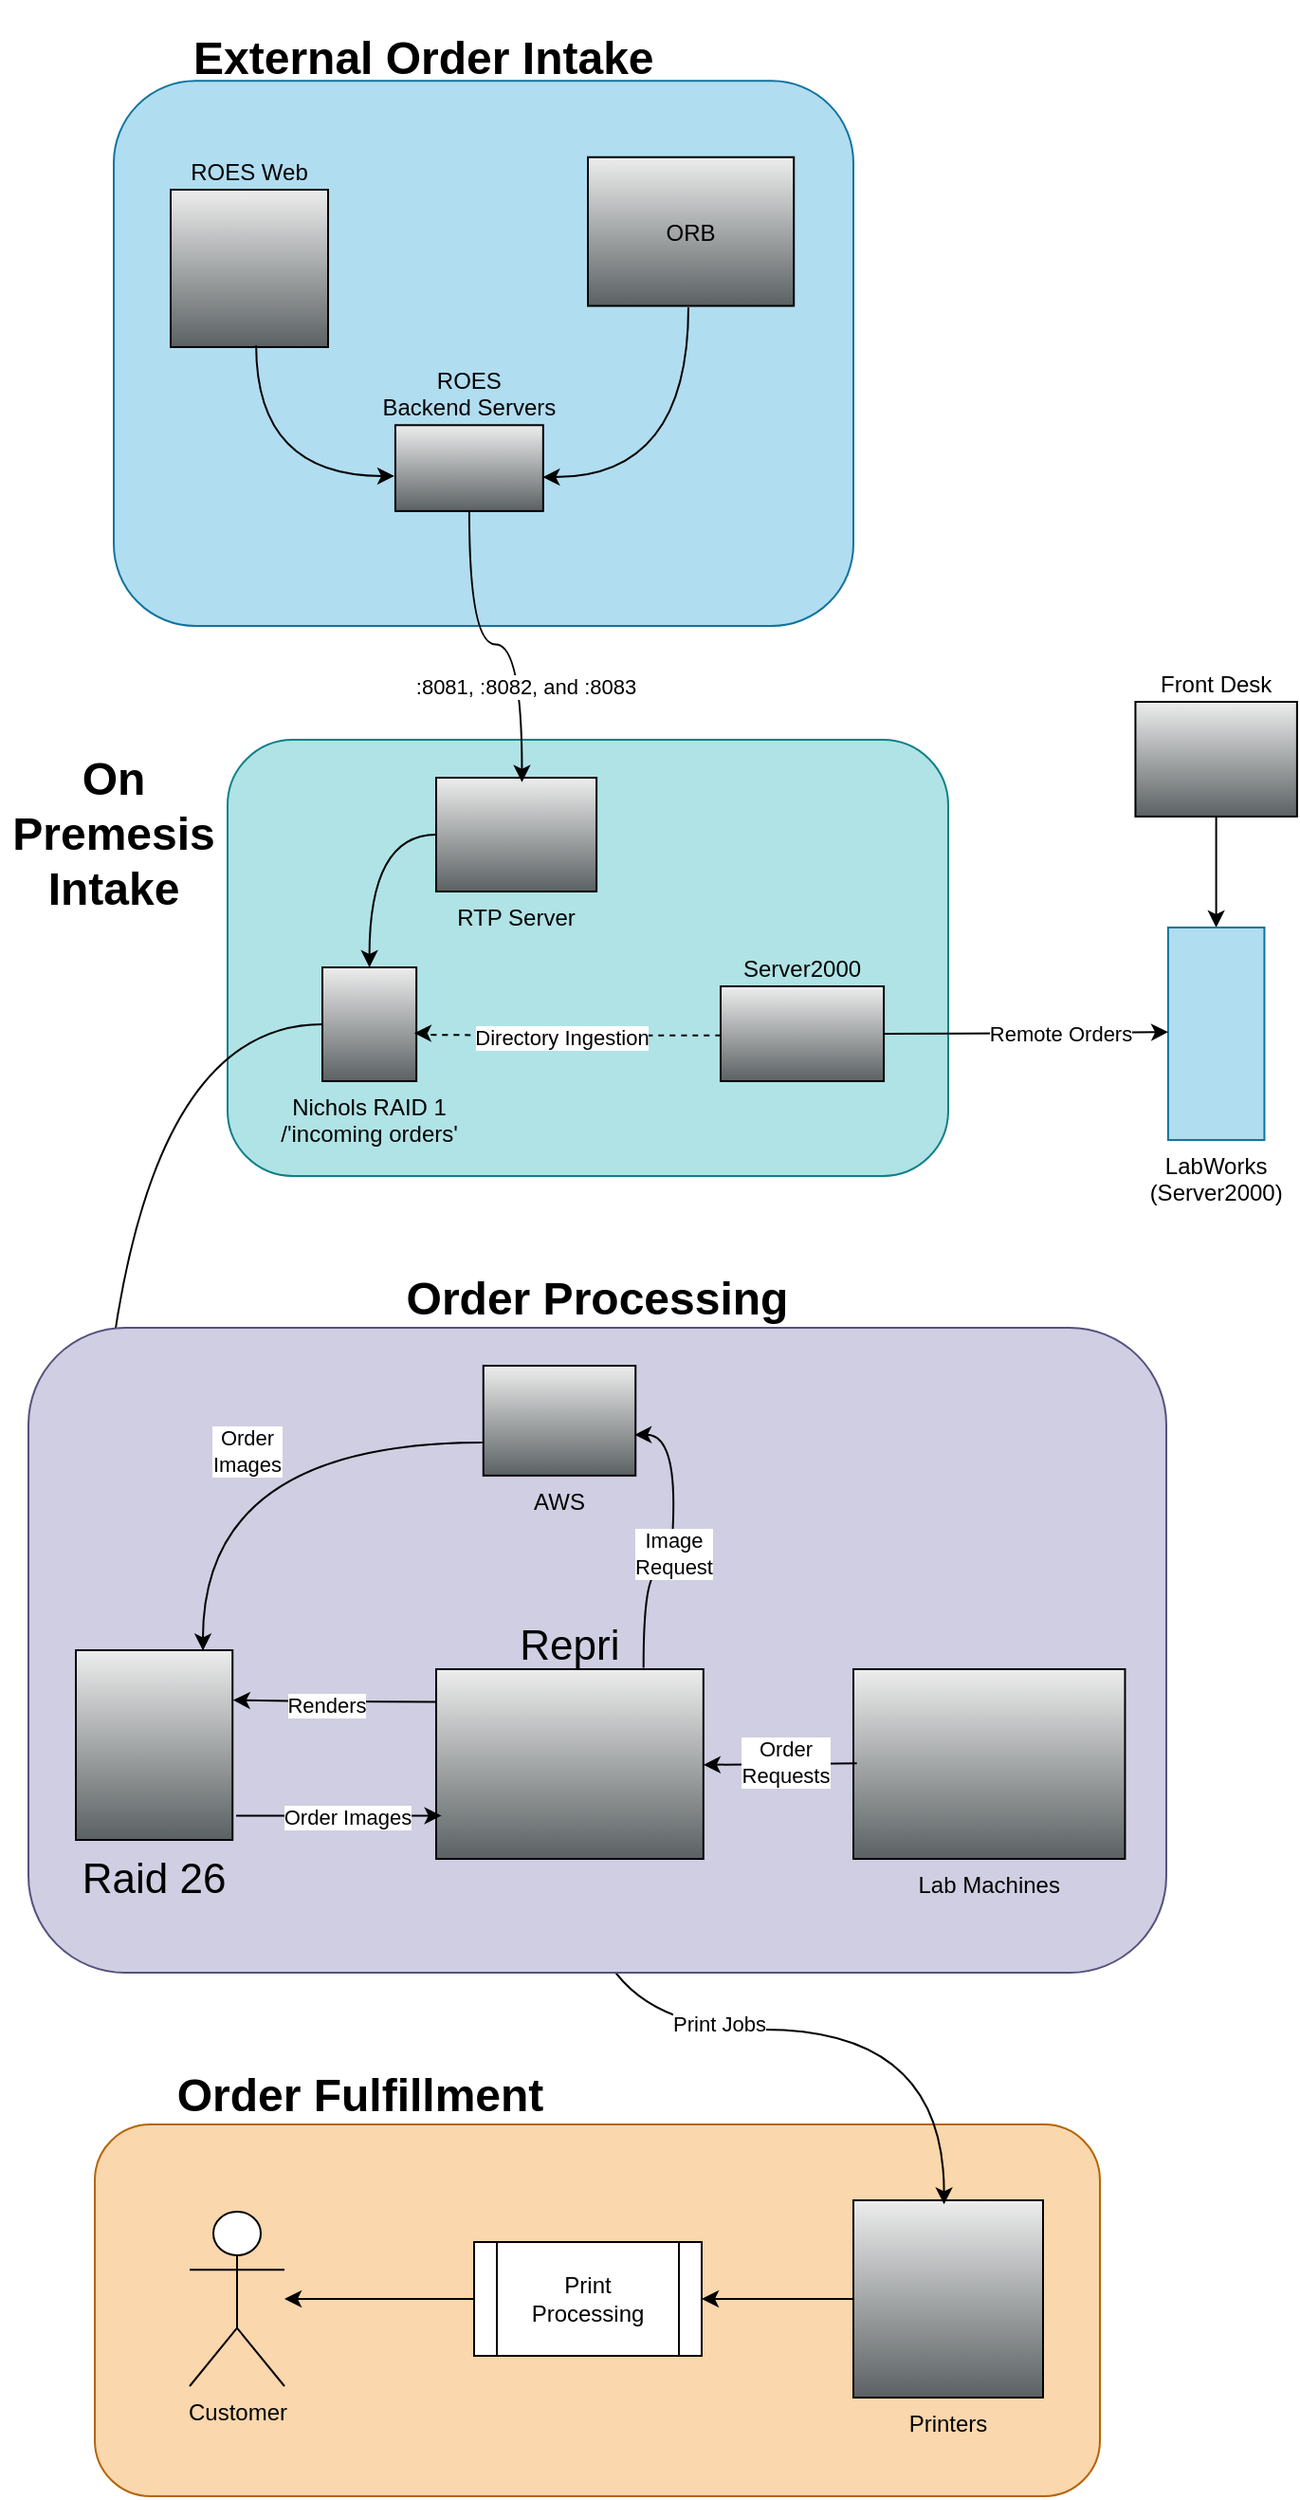
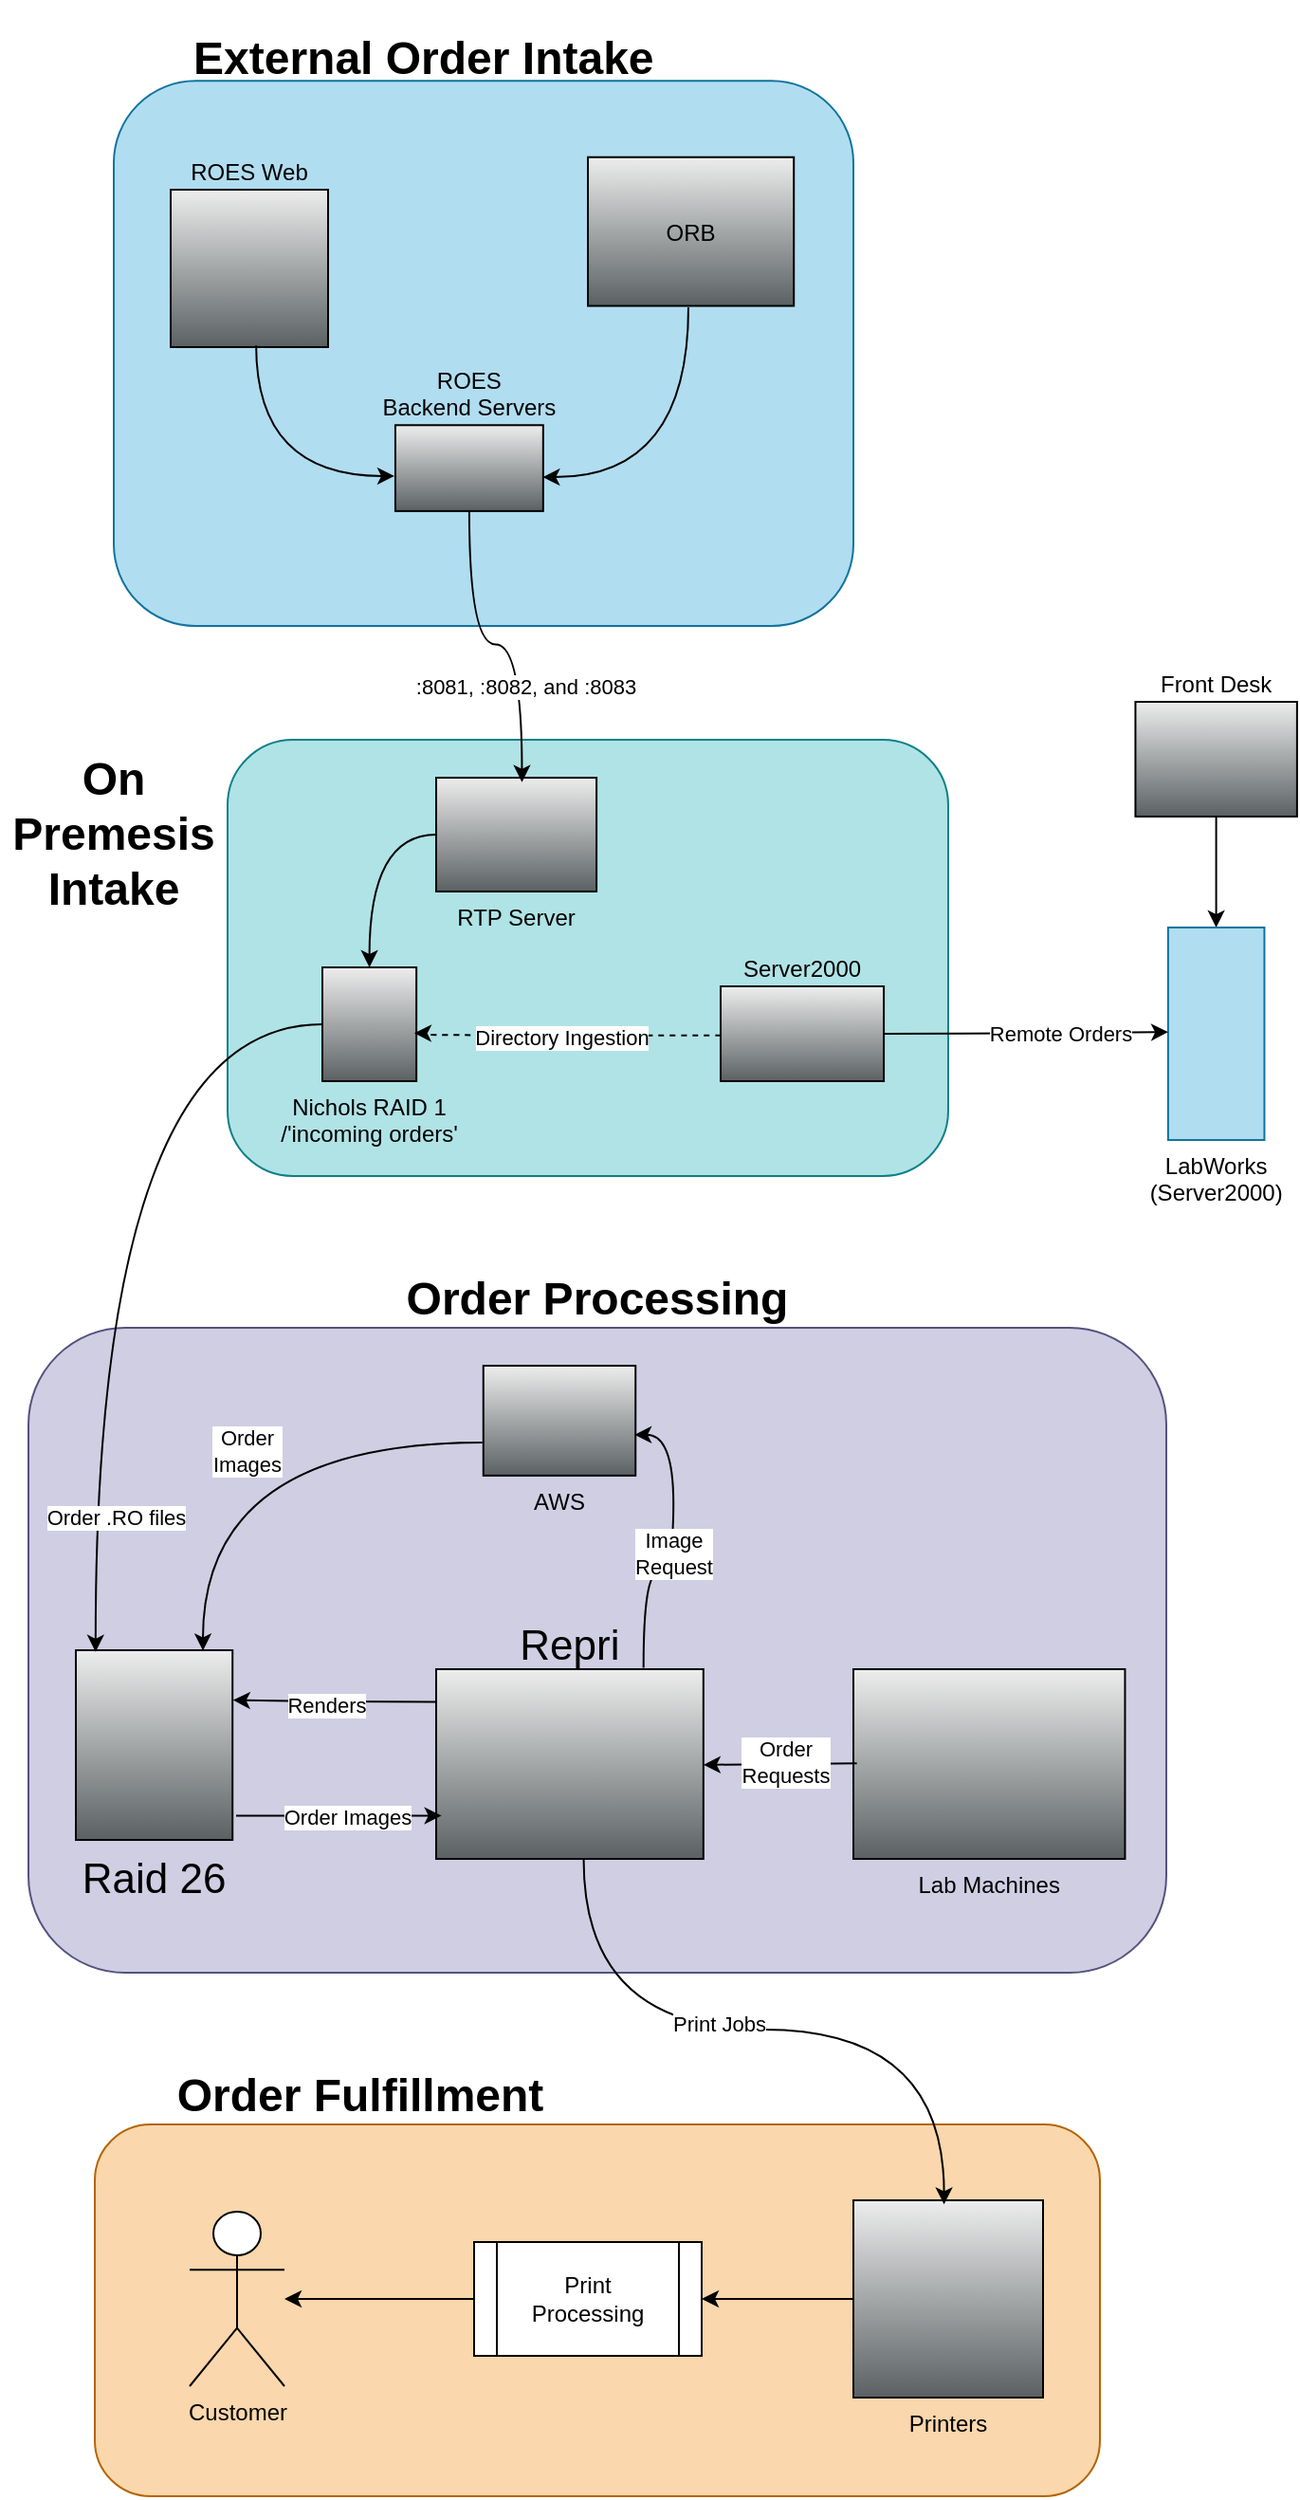
<mxfile host="app.diagrams.net" pages="3">
  <diagram name="Overview" id="xOiFyvTx0ugd0xP541Ys">
-     <mxGraphModel dx="1188" dy="693" grid="1" gridSize="10" guides="1" tooltips="1" connect="1" arrows="1" fold="1" page="1" pageScale="1" pageWidth="850" pageHeight="1100" math="0" shadow="0">
+     <mxGraphModel dx="1366" dy="797" grid="1" gridSize="10" guides="1" tooltips="1" connect="1" arrows="1" fold="1" page="1" pageScale="1" pageWidth="850" pageHeight="1100" math="0" shadow="0">
      <root>
        <mxCell id="0" />
        <mxCell id="1" parent="0" />
        <mxCell id="Abbv7D0ucnFepgTgGXwM-147" connectable="0" parent="1" style="group" value=" " vertex="1">
          <mxGeometry height="226" width="530" x="150" y="1110" as="geometry" />
        </mxCell>
        <mxCell id="Abbv7D0ucnFepgTgGXwM-142" parent="Abbv7D0ucnFepgTgGXwM-147" style="rounded=1;whiteSpace=wrap;html=1;fillColor=#fad7ac;strokeColor=#b46504;" value="" vertex="1">
          <mxGeometry height="196" width="530" y="30" as="geometry" />
        </mxCell>
        <mxCell id="Abbv7D0ucnFepgTgGXwM-139" edge="1" parent="Abbv7D0ucnFepgTgGXwM-147" source="Abbv7D0ucnFepgTgGXwM-135" style="edgeStyle=orthogonalEdgeStyle;curved=1;rounded=0;orthogonalLoop=1;jettySize=auto;html=1;entryX=1;entryY=0.5;entryDx=0;entryDy=0;" target="Abbv7D0ucnFepgTgGXwM-137">
          <mxGeometry relative="1" as="geometry" />
        </mxCell>
        <mxCell id="Abbv7D0ucnFepgTgGXwM-135" parent="Abbv7D0ucnFepgTgGXwM-147" style="fillColorStyles=neutralFill;neutralFill=#9DA6A8;shape=mxgraph.networks2.icon;aspect=fixed;fillColor=#EDEDED;strokeColor=#000000;gradientColor=#5B6163;network2IconShadow=1;network2bgFillColor=none;labelPosition=center;verticalLabelPosition=bottom;align=center;verticalAlign=top;network2Icon=mxgraph.networks2.printer;network2IconW=1;network2IconH=1.04;" value="Printers" vertex="1">
          <mxGeometry height="104" width="100" x="400" y="70" as="geometry" />
        </mxCell>
        <mxCell id="Abbv7D0ucnFepgTgGXwM-140" edge="1" parent="Abbv7D0ucnFepgTgGXwM-147" source="Abbv7D0ucnFepgTgGXwM-137" style="edgeStyle=orthogonalEdgeStyle;curved=1;rounded=0;orthogonalLoop=1;jettySize=auto;html=1;" target="Abbv7D0ucnFepgTgGXwM-138">
          <mxGeometry relative="1" as="geometry" />
        </mxCell>
        <mxCell id="Abbv7D0ucnFepgTgGXwM-137" parent="Abbv7D0ucnFepgTgGXwM-147" style="shape=process;whiteSpace=wrap;html=1;backgroundOutline=1;" value="&lt;div&gt;Print&lt;/div&gt;&lt;div&gt;Processing&lt;/div&gt;" vertex="1">
          <mxGeometry height="60" width="120" x="200" y="92" as="geometry" />
        </mxCell>
        <mxCell id="Abbv7D0ucnFepgTgGXwM-138" parent="Abbv7D0ucnFepgTgGXwM-147" style="shape=umlActor;verticalLabelPosition=bottom;verticalAlign=top;html=1;outlineConnect=0;" value="Customer" vertex="1">
          <mxGeometry height="92" width="50" x="50" y="76" as="geometry" />
        </mxCell>
        <mxCell id="Abbv7D0ucnFepgTgGXwM-146" parent="Abbv7D0ucnFepgTgGXwM-147" style="text;html=1;whiteSpace=wrap;strokeColor=none;fillColor=none;align=center;verticalAlign=middle;rounded=0;" value="&lt;h1&gt;Order Fulfillment&lt;/h1&gt;" vertex="1">
          <mxGeometry height="30" width="220" x="30" as="geometry" />
        </mxCell>
        <mxCell id="jQCsffpuLkgTT5c4SlJs-23" parent="1" style="shape=mxgraph.networks2.icon;aspect=fixed;fillColor=#EDEDED;strokeColor=#000000;gradientColor=#5B6163;network2IconShadow=1;network2bgFillColor=none;labelPosition=center;verticalLabelPosition=top;align=center;verticalAlign=bottom;network2Icon=mxgraph.networks2.pc;network2IconYOffset=-0.0593;network2IconW=0.9999;network2IconH=0.7096;" value="Front Desk" vertex="1">
          <mxGeometry height="60.48" width="85.22" x="698.72" y="390" as="geometry" />
        </mxCell>
        <mxCell id="jQCsffpuLkgTT5c4SlJs-25" connectable="0" parent="1" style="group" value="" vertex="1">
          <mxGeometry height="230" width="500" x="100" y="410" as="geometry" />
        </mxCell>
        <mxCell id="Abbv7D0ucnFepgTgGXwM-58" parent="jQCsffpuLkgTT5c4SlJs-25" style="rounded=1;whiteSpace=wrap;html=1;fillColor=#b0e3e6;strokeColor=#0e8088;" value=" " vertex="1">
          <mxGeometry height="230" width="380" x="120" as="geometry" />
        </mxCell>
        <mxCell id="Abbv7D0ucnFepgTgGXwM-61" edge="1" parent="jQCsffpuLkgTT5c4SlJs-25" source="Abbv7D0ucnFepgTgGXwM-48" style="edgeStyle=orthogonalEdgeStyle;curved=1;rounded=0;orthogonalLoop=1;jettySize=auto;html=1;" target="Abbv7D0ucnFepgTgGXwM-49">
          <mxGeometry relative="1" as="geometry" />
        </mxCell>
        <mxCell id="Abbv7D0ucnFepgTgGXwM-48" parent="jQCsffpuLkgTT5c4SlJs-25" style="shape=mxgraph.networks2.icon;aspect=fixed;fillColor=#EDEDED;strokeColor=#000000;gradientColor=#5B6163;network2IconShadow=1;network2bgFillColor=none;labelPosition=center;verticalLabelPosition=bottom;align=center;verticalAlign=top;network2Icon=mxgraph.networks2.pc;network2IconYOffset=-0.0593;network2IconW=0.9999;network2IconH=0.7096;" value="RTP Server" vertex="1">
          <mxGeometry height="60" width="84.55" x="230" y="20" as="geometry" />
        </mxCell>
        <mxCell id="Abbv7D0ucnFepgTgGXwM-49" parent="jQCsffpuLkgTT5c4SlJs-25" style="shape=mxgraph.networks2.icon;aspect=fixed;fillColor=#EDEDED;strokeColor=#000000;gradientColor=#5B6163;network2IconShadow=1;network2bgFillColor=none;labelPosition=center;verticalLabelPosition=bottom;align=center;verticalAlign=top;network2Icon=mxgraph.networks2.data_storage;network2IconW=0.8252;network2IconH=0.9989;" value="Nichols RAID 1&#xa;/&#39;incoming orders&#39;" vertex="1">
          <mxGeometry height="60" width="49.57" x="170" y="120" as="geometry" />
        </mxCell>
        <mxCell id="Abbv7D0ucnFepgTgGXwM-50" parent="jQCsffpuLkgTT5c4SlJs-25" style="fillColorStyles=neutralFill;neutralFill=#9DA6A8;shape=mxgraph.networks2.icon;aspect=fixed;fillColor=#EDEDED;strokeColor=#000000;gradientColor=#5B6163;network2IconShadow=1;network2bgFillColor=none;labelPosition=center;verticalLabelPosition=top;align=center;verticalAlign=bottom;network2Icon=mxgraph.networks2.server;network2IconW=1.0001;network2IconH=0.5812;" value="Server2000" vertex="1">
          <mxGeometry height="50" width="86.04" x="380" y="130" as="geometry" />
        </mxCell>
        <mxCell id="Abbv7D0ucnFepgTgGXwM-53" edge="1" parent="jQCsffpuLkgTT5c4SlJs-25" source="Abbv7D0ucnFepgTgGXwM-50" style="edgeStyle=orthogonalEdgeStyle;curved=1;rounded=0;orthogonalLoop=1;jettySize=auto;html=1;entryX=0.968;entryY=0.578;entryDx=0;entryDy=0;entryPerimeter=0;startArrow=none;startFill=0;dashed=1;exitX=0.003;exitY=0.518;exitDx=0;exitDy=0;exitPerimeter=0;" value=" ">
          <mxGeometry relative="1" as="geometry">
            <Array as="points">
              <mxPoint x="220" y="156" />
              <mxPoint x="220" y="155" />
            </Array>
            <mxPoint x="379.9998" y="157.5" as="sourcePoint" />
            <mxPoint x="218.41376000000008" y="154.68000000000006" as="targetPoint" />
          </mxGeometry>
        </mxCell>
        <mxCell id="Abbv7D0ucnFepgTgGXwM-57" connectable="0" parent="Abbv7D0ucnFepgTgGXwM-53" style="edgeLabel;html=1;align=center;verticalAlign=middle;resizable=0;points=[];" value="Directory Ingestion" vertex="1">
          <mxGeometry relative="1" x="0.0378" y="1" as="geometry">
            <mxPoint as="offset" />
          </mxGeometry>
        </mxCell>
        <mxCell id="Abbv7D0ucnFepgTgGXwM-62" parent="jQCsffpuLkgTT5c4SlJs-25" style="text;html=1;whiteSpace=wrap;strokeColor=none;fillColor=none;align=center;verticalAlign=middle;rounded=0;" value="&lt;h1&gt;On Premesis Intake&lt;/h1&gt;" vertex="1">
          <mxGeometry height="80" width="120" y="10" as="geometry" />
        </mxCell>
        <mxCell id="jQCsffpuLkgTT5c4SlJs-26" edge="1" parent="1" source="jQCsffpuLkgTT5c4SlJs-23" style="edgeStyle=orthogonalEdgeStyle;curved=1;rounded=0;orthogonalLoop=1;jettySize=auto;html=1;" target="jQCsffpuLkgTT5c4SlJs-20" value="">
          <mxGeometry relative="1" as="geometry">
            <mxPoint x="741" y="480" as="sourcePoint" />
            <mxPoint x="742" y="540" as="targetPoint" />
          </mxGeometry>
        </mxCell>
        <mxCell id="jQCsffpuLkgTT5c4SlJs-20" parent="1" style="shape=mxgraph.networks2.icon;aspect=fixed;fillColor=#b1ddf0;strokeColor=#10739e;network2IconShadow=1;network2bgFillColor=none;labelPosition=center;verticalLabelPosition=bottom;align=center;verticalAlign=top;network2Icon=mxgraph.networks2.desktop_pc;network2IconXOffset=-0.0034;network2IconYOffset=0.00035;network2IconW=0.453;network2IconH=0.9995;" value="LabWorks&#xa;(Server2000)" vertex="1">
          <mxGeometry height="112.05" width="50.79" x="715.94" y="508.97" as="geometry" />
        </mxCell>
        <mxCell id="jQCsffpuLkgTT5c4SlJs-21" edge="1" parent="1" source="Abbv7D0ucnFepgTgGXwM-50" style="edgeStyle=orthogonalEdgeStyle;curved=1;rounded=0;orthogonalLoop=1;jettySize=auto;html=1;entryX=0.002;entryY=0.492;entryDx=0;entryDy=0;entryPerimeter=0;" target="jQCsffpuLkgTT5c4SlJs-20">
          <mxGeometry relative="1" as="geometry" />
        </mxCell>
        <mxCell id="jQCsffpuLkgTT5c4SlJs-22" connectable="0" parent="jQCsffpuLkgTT5c4SlJs-21" style="edgeLabel;html=1;align=center;verticalAlign=middle;resizable=0;points=[];" value="Remote Orders" vertex="1">
          <mxGeometry relative="1" x="0.0106" y="3" as="geometry">
            <mxPoint x="17" y="4" as="offset" />
          </mxGeometry>
        </mxCell>
-         <mxCell id="McBBJ_N2VVm6rMnjYEX9-17" edge="1" parent="1" source="McBBJ_N2VVm6rMnjYEX9-5" style="edgeStyle=orthogonalEdgeStyle;curved=1;rounded=0;orthogonalLoop=1;jettySize=auto;html=1;entryX=0.478;entryY=0.021;entryDx=0;entryDy=0;entryPerimeter=0;exitX=0.552;exitY=1.005;exitDx=0;exitDy=0;exitPerimeter=0;" target="Abbv7D0ucnFepgTgGXwM-135" value=" ">
-           <mxGeometry relative="1" as="geometry" />
-         </mxCell>
-         <mxCell id="McBBJ_N2VVm6rMnjYEX9-29" connectable="0" parent="McBBJ_N2VVm6rMnjYEX9-17" style="edgeLabel;html=1;align=center;verticalAlign=middle;resizable=0;points=[];" value="Print Jobs" vertex="1">
-           <mxGeometry relative="1" x="-0.1385" y="3" as="geometry">
-             <mxPoint as="offset" />
-           </mxGeometry>
-         </mxCell>
-         <mxCell id="Abbv7D0ucnFepgTgGXwM-116" edge="1" parent="1" source="Abbv7D0ucnFepgTgGXwM-49" style="edgeStyle=orthogonalEdgeStyle;curved=1;rounded=0;orthogonalLoop=1;jettySize=auto;html=1;entryX=0.126;entryY=0.009;entryDx=0;entryDy=0;entryPerimeter=0;" target="Abbv7D0ucnFepgTgGXwM-55">
-           <mxGeometry relative="1" as="geometry" />
-         </mxCell>
-         <mxCell id="Abbv7D0ucnFepgTgGXwM-117" connectable="0" parent="Abbv7D0ucnFepgTgGXwM-116" style="edgeLabel;html=1;align=center;verticalAlign=middle;resizable=0;points=[];" value="Order .RO files" vertex="1">
-           <mxGeometry relative="1" x="0.4085" y="8" as="geometry">
-             <mxPoint x="2" y="62" as="offset" />
-           </mxGeometry>
-         </mxCell>
        <mxCell id="McBBJ_N2VVm6rMnjYEX9-30" connectable="0" parent="1" style="group" value="" vertex="1">
          <mxGeometry height="370" width="600" x="115" y="690" as="geometry" />
        </mxCell>
        <mxCell id="Abbv7D0ucnFepgTgGXwM-132" parent="McBBJ_N2VVm6rMnjYEX9-30" style="rounded=1;whiteSpace=wrap;html=1;fillColor=#d0cee2;strokeColor=#56517e;" value=" " vertex="1">
          <mxGeometry height="340" width="600" y="30" as="geometry" />
        </mxCell>
        <mxCell id="Abbv7D0ucnFepgTgGXwM-55" parent="McBBJ_N2VVm6rMnjYEX9-30" style="shape=mxgraph.networks2.icon;aspect=fixed;fillColor=#EDEDED;strokeColor=#000000;gradientColor=#5B6163;network2IconShadow=1;network2bgFillColor=none;labelPosition=center;verticalLabelPosition=bottom;align=center;verticalAlign=top;network2Icon=mxgraph.networks2.data_storage;network2IconW=0.8252;network2IconH=0.9989;fontSize=22;" value="Raid 26" vertex="1">
          <mxGeometry height="100" width="82.61" x="25" y="200" as="geometry" />
        </mxCell>
        <mxCell id="Abbv7D0ucnFepgTgGXwM-65" parent="McBBJ_N2VVm6rMnjYEX9-30" style="shape=mxgraph.networks2.icon;aspect=fixed;fillColor=#EDEDED;strokeColor=#000000;gradientColor=#5B6163;network2IconShadow=1;network2bgFillColor=none;labelPosition=center;verticalLabelPosition=bottom;align=center;verticalAlign=top;network2Icon=mxgraph.networks2.lan;network2IconYOffset=0.0558;network2IconW=1.0834;network2IconH=0.7564;" value="Lab Machines" vertex="1">
          <mxGeometry height="100" width="143.23" x="435" y="210" as="geometry" />
        </mxCell>
        <mxCell id="Abbv7D0ucnFepgTgGXwM-67" parent="McBBJ_N2VVm6rMnjYEX9-30" style="shape=mxgraph.networks2.icon;aspect=fixed;fillColor=#EDEDED;strokeColor=#000000;gradientColor=#5B6163;network2IconShadow=1;network2bgFillColor=none;labelPosition=center;verticalLabelPosition=bottom;align=center;verticalAlign=top;network2Icon=mxgraph.networks2.cloud;network2IconYOffset=-0.08;network2IconW=1.0004;network2IconH=0.7222;" value="AWS" vertex="1">
          <mxGeometry height="57.93" width="80.24" x="239.88" y="50" as="geometry" />
        </mxCell>
        <mxCell id="Abbv7D0ucnFepgTgGXwM-143" parent="McBBJ_N2VVm6rMnjYEX9-30" style="text;html=1;whiteSpace=wrap;strokeColor=none;fillColor=none;align=center;verticalAlign=middle;rounded=0;" value="&lt;h1&gt;Order Processing&lt;/h1&gt;" vertex="1">
          <mxGeometry height="30" width="320" x="140" as="geometry" />
        </mxCell>
        <mxCell id="McBBJ_N2VVm6rMnjYEX9-5" parent="McBBJ_N2VVm6rMnjYEX9-30" style="shape=mxgraph.networks2.icon;aspect=fixed;fillColor=#EDEDED;strokeColor=#000000;gradientColor=#5B6163;network2IconShadow=1;network2bgFillColor=none;labelPosition=center;verticalLabelPosition=top;align=center;verticalAlign=bottom;network2Icon=mxgraph.networks2.pc;network2IconYOffset=-0.0593;network2IconW=0.9999;network2IconH=0.7096;fontSize=22;fontStyle=0" value="Repri" vertex="1">
          <mxGeometry height="100" width="140.91" x="215" y="210" as="geometry" />
        </mxCell>
        <mxCell id="McBBJ_N2VVm6rMnjYEX9-9" edge="1" parent="McBBJ_N2VVm6rMnjYEX9-30" source="Abbv7D0ucnFepgTgGXwM-67" style="edgeStyle=orthogonalEdgeStyle;curved=1;rounded=0;orthogonalLoop=1;jettySize=auto;html=1;exitX=-0.007;exitY=0.7;exitDx=0;exitDy=0;exitPerimeter=0;entryX=0.811;entryY=0.002;entryDx=0;entryDy=0;entryPerimeter=0;" target="Abbv7D0ucnFepgTgGXwM-55">
          <mxGeometry relative="1" as="geometry" />
        </mxCell>
        <mxCell id="McBBJ_N2VVm6rMnjYEX9-23" connectable="0" parent="McBBJ_N2VVm6rMnjYEX9-9" style="edgeLabel;html=1;align=center;verticalAlign=middle;resizable=0;points=[];" value="&lt;div&gt;Order&lt;/div&gt;&lt;div&gt;Images&lt;/div&gt;" vertex="1">
          <mxGeometry relative="1" x="-0.027" y="4" as="geometry">
            <mxPoint as="offset" />
          </mxGeometry>
        </mxCell>
        <mxCell id="McBBJ_N2VVm6rMnjYEX9-13" edge="1" parent="McBBJ_N2VVm6rMnjYEX9-30" source="McBBJ_N2VVm6rMnjYEX9-5" style="edgeStyle=orthogonalEdgeStyle;curved=1;rounded=0;orthogonalLoop=1;jettySize=auto;html=1;entryX=1.003;entryY=0.263;entryDx=0;entryDy=0;entryPerimeter=0;exitX=0.002;exitY=0.172;exitDx=0;exitDy=0;exitPerimeter=0;" target="Abbv7D0ucnFepgTgGXwM-55">
          <mxGeometry relative="1" as="geometry" />
        </mxCell>
        <mxCell id="McBBJ_N2VVm6rMnjYEX9-24" connectable="0" parent="McBBJ_N2VVm6rMnjYEX9-13" style="edgeLabel;html=1;align=center;verticalAlign=middle;resizable=0;points=[];" value="Renders" vertex="1">
          <mxGeometry relative="1" x="0.0965" y="2" as="geometry">
            <mxPoint as="offset" />
          </mxGeometry>
        </mxCell>
        <mxCell id="McBBJ_N2VVm6rMnjYEX9-14" edge="1" parent="McBBJ_N2VVm6rMnjYEX9-30" source="Abbv7D0ucnFepgTgGXwM-55" style="edgeStyle=orthogonalEdgeStyle;curved=1;rounded=0;orthogonalLoop=1;jettySize=auto;html=1;entryX=0.02;entryY=0.772;entryDx=0;entryDy=0;entryPerimeter=0;exitX=1.023;exitY=0.872;exitDx=0;exitDy=0;exitPerimeter=0;" target="McBBJ_N2VVm6rMnjYEX9-5">
          <mxGeometry relative="1" as="geometry" />
        </mxCell>
        <mxCell id="McBBJ_N2VVm6rMnjYEX9-25" connectable="0" parent="McBBJ_N2VVm6rMnjYEX9-14" style="edgeLabel;html=1;align=center;verticalAlign=middle;resizable=0;points=[];" value="Order Images" vertex="1">
          <mxGeometry relative="1" x="0.0769" y="-1" as="geometry">
            <mxPoint as="offset" />
          </mxGeometry>
        </mxCell>
        <mxCell id="McBBJ_N2VVm6rMnjYEX9-15" edge="1" parent="McBBJ_N2VVm6rMnjYEX9-30" style="edgeStyle=orthogonalEdgeStyle;curved=1;rounded=0;orthogonalLoop=1;jettySize=auto;html=1;entryX=0.984;entryY=0.13;entryDx=0;entryDy=0;entryPerimeter=0;exitX=-0.003;exitY=0.122;exitDx=0;exitDy=0;exitPerimeter=0;">
          <mxGeometry relative="1" as="geometry">
            <mxPoint x="436.82030999999984" y="259.6" as="sourcePoint" />
            <mxPoint x="355.90544" y="260.4" as="targetPoint" />
          </mxGeometry>
        </mxCell>
        <mxCell id="McBBJ_N2VVm6rMnjYEX9-27" connectable="0" parent="McBBJ_N2VVm6rMnjYEX9-15" style="edgeLabel;html=1;align=center;verticalAlign=middle;resizable=0;points=[];" value="&lt;div&gt;Order&lt;/div&gt;&lt;div&gt;Requests&lt;/div&gt;" vertex="1">
          <mxGeometry relative="1" x="-0.042" y="-1" as="geometry">
            <mxPoint x="1" as="offset" />
          </mxGeometry>
        </mxCell>
        <mxCell id="McBBJ_N2VVm6rMnjYEX9-21" edge="1" parent="McBBJ_N2VVm6rMnjYEX9-30" source="McBBJ_N2VVm6rMnjYEX9-5" style="edgeStyle=orthogonalEdgeStyle;curved=1;rounded=0;orthogonalLoop=1;jettySize=auto;html=1;entryX=0.993;entryY=0.629;entryDx=0;entryDy=0;entryPerimeter=0;exitX=0.776;exitY=-0.008;exitDx=0;exitDy=0;exitPerimeter=0;" target="Abbv7D0ucnFepgTgGXwM-67">
          <mxGeometry relative="1" as="geometry" />
        </mxCell>
        <mxCell id="McBBJ_N2VVm6rMnjYEX9-22" connectable="0" parent="McBBJ_N2VVm6rMnjYEX9-21" style="edgeLabel;html=1;align=center;verticalAlign=middle;resizable=0;points=[];" value="&lt;div&gt;Image&lt;/div&gt;&lt;div&gt;Request&lt;/div&gt;" vertex="1">
          <mxGeometry relative="1" x="-0.047" as="geometry">
            <mxPoint as="offset" />
          </mxGeometry>
        </mxCell>
        <mxCell id="ZbL5SH74d1fwW108taQ--5" connectable="0" parent="1" style="group" value="" vertex="1">
          <mxGeometry height="310" width="390" x="160" y="40" as="geometry" />
        </mxCell>
        <mxCell id="Abbv7D0ucnFepgTgGXwM-2" parent="ZbL5SH74d1fwW108taQ--5" style="rounded=1;whiteSpace=wrap;html=1;fillColor=#b1ddf0;strokeColor=#10739e;" value=" " vertex="1">
          <mxGeometry height="287.32" width="390" y="22.68" as="geometry" />
        </mxCell>
        <mxCell id="uFVznFZ-sdEEhWdo_pJ7-23" parent="ZbL5SH74d1fwW108taQ--5" style="shape=mxgraph.networks2.icon;aspect=fixed;fillColor=#EDEDED;strokeColor=#000000;gradientColor=#5B6163;network2IconShadow=1;network2bgFillColor=none;labelPosition=center;verticalLabelPosition=middle;align=center;verticalAlign=middle;network2Icon=mxgraph.networks2.cloud;network2IconYOffset=-0.08;network2IconW=1.0004;network2IconH=0.7222;" value="ORB" vertex="1">
          <mxGeometry height="78.4" width="108.6" x="250" y="62.870000000000005" as="geometry" />
        </mxCell>
        <mxCell id="uFVznFZ-sdEEhWdo_pJ7-26" parent="ZbL5SH74d1fwW108taQ--5" style="fillColorStyles=neutralFill;neutralFill=#9DA6A8;shape=mxgraph.networks2.icon;aspect=fixed;fillColor=#EDEDED;strokeColor=#000000;gradientColor=#5B6163;network2IconShadow=1;network2bgFillColor=none;labelPosition=center;verticalLabelPosition=top;align=center;verticalAlign=bottom;network2Icon=mxgraph.networks2.server;network2IconW=1.0001;network2IconH=0.5812;" value="ROES&#xa;Backend Servers" vertex="1">
          <mxGeometry height="45.29897718332022" width="77.94659716758459" x="148.46569444444447" y="204.14634146341464" as="geometry" />
        </mxCell>
        <mxCell id="Abbv7D0ucnFepgTgGXwM-3" parent="ZbL5SH74d1fwW108taQ--5" style="text;html=1;whiteSpace=wrap;strokeColor=none;fillColor=none;align=left;verticalAlign=middle;rounded=0;" value="&lt;h1&gt;External Order Intake&lt;/h1&gt;" vertex="1">
          <mxGeometry height="22.68" width="260" x="40" as="geometry" />
        </mxCell>
        <mxCell id="McBBJ_N2VVm6rMnjYEX9-18" edge="1" parent="ZbL5SH74d1fwW108taQ--5" source="uFVznFZ-sdEEhWdo_pJ7-23" style="edgeStyle=orthogonalEdgeStyle;curved=1;rounded=0;orthogonalLoop=1;jettySize=auto;html=1;entryX=0.997;entryY=0.605;entryDx=0;entryDy=0;entryPerimeter=0;exitX=0.488;exitY=1.009;exitDx=0;exitDy=0;exitPerimeter=0;" target="uFVznFZ-sdEEhWdo_pJ7-26">
          <mxGeometry relative="1" as="geometry" />
        </mxCell>
        <mxCell id="ZbL5SH74d1fwW108taQ--3" parent="ZbL5SH74d1fwW108taQ--5" style="shape=mxgraph.networks2.icon;aspect=fixed;fillColor=#EDEDED;strokeColor=#000000;gradientColor=#5B6163;network2IconShadow=1;network2bgFillColor=none;labelPosition=center;verticalLabelPosition=top;align=center;verticalAlign=bottom;network2Icon=mxgraph.networks2.globe;network2IconW=1;network2IconH=1;" value="ROES Web" vertex="1">
          <mxGeometry height="83" width="83" x="30" y="80" as="geometry" />
        </mxCell>
        <mxCell id="ZbL5SH74d1fwW108taQ--4" edge="1" parent="ZbL5SH74d1fwW108taQ--5" source="ZbL5SH74d1fwW108taQ--3" style="edgeStyle=orthogonalEdgeStyle;curved=1;rounded=0;orthogonalLoop=1;jettySize=auto;html=1;entryX=-0.006;entryY=0.592;entryDx=0;entryDy=0;entryPerimeter=0;exitX=0.543;exitY=0.989;exitDx=0;exitDy=0;exitPerimeter=0;" target="uFVznFZ-sdEEhWdo_pJ7-26">
          <mxGeometry relative="1" as="geometry" />
        </mxCell>
        <mxCell id="Abbv7D0ucnFepgTgGXwM-59" edge="1" parent="1" source="uFVznFZ-sdEEhWdo_pJ7-26" style="edgeStyle=orthogonalEdgeStyle;curved=1;rounded=0;orthogonalLoop=1;jettySize=auto;html=1;entryX=0.535;entryY=0.039;entryDx=0;entryDy=0;entryPerimeter=0;" target="Abbv7D0ucnFepgTgGXwM-48">
          <mxGeometry relative="1" as="geometry" />
        </mxCell>
        <mxCell id="Abbv7D0ucnFepgTgGXwM-60" connectable="0" parent="Abbv7D0ucnFepgTgGXwM-59" style="edgeLabel;html=1;align=center;verticalAlign=middle;resizable=0;points=[];" value=":8081, :8082, and :8083" vertex="1">
          <mxGeometry relative="1" x="0.1735" as="geometry">
            <mxPoint x="2" y="20" as="offset" />
+           </mxGeometry>
+         </mxCell>
+         <mxCell id="Abbv7D0ucnFepgTgGXwM-116" edge="1" parent="1" source="Abbv7D0ucnFepgTgGXwM-49" style="edgeStyle=orthogonalEdgeStyle;curved=1;rounded=0;orthogonalLoop=1;jettySize=auto;html=1;entryX=0.126;entryY=0.009;entryDx=0;entryDy=0;entryPerimeter=0;" target="Abbv7D0ucnFepgTgGXwM-55">
+           <mxGeometry relative="1" as="geometry" />
+         </mxCell>
+         <mxCell id="Abbv7D0ucnFepgTgGXwM-117" connectable="0" parent="Abbv7D0ucnFepgTgGXwM-116" style="edgeLabel;html=1;align=center;verticalAlign=middle;resizable=0;points=[];" value="Order .RO files" vertex="1">
+           <mxGeometry relative="1" x="0.4085" y="8" as="geometry">
+             <mxPoint x="2" y="62" as="offset" />
+           </mxGeometry>
+         </mxCell>
+         <mxCell id="McBBJ_N2VVm6rMnjYEX9-17" edge="1" parent="1" source="McBBJ_N2VVm6rMnjYEX9-5" style="edgeStyle=orthogonalEdgeStyle;curved=1;rounded=0;orthogonalLoop=1;jettySize=auto;html=1;entryX=0.478;entryY=0.021;entryDx=0;entryDy=0;entryPerimeter=0;exitX=0.552;exitY=1.005;exitDx=0;exitDy=0;exitPerimeter=0;" target="Abbv7D0ucnFepgTgGXwM-135" value=" ">
+           <mxGeometry relative="1" as="geometry" />
+         </mxCell>
+         <mxCell id="McBBJ_N2VVm6rMnjYEX9-29" connectable="0" parent="McBBJ_N2VVm6rMnjYEX9-17" style="edgeLabel;html=1;align=center;verticalAlign=middle;resizable=0;points=[];" value="Print Jobs" vertex="1">
+           <mxGeometry relative="1" x="-0.1385" y="3" as="geometry">
+             <mxPoint as="offset" />
          </mxGeometry>
        </mxCell>
      </root>
    </mxGraphModel>
  </diagram>
  <diagram name="Detailed" id="ibqqQbgHfbbPR_2iqoen">
    <mxGraphModel dx="1607" dy="2038" grid="1" gridSize="10" guides="1" tooltips="1" connect="1" arrows="1" fold="1" page="1" pageScale="1" pageWidth="850" pageHeight="1100" math="0" shadow="0">
      <root>
        <mxCell id="t_mpoE3g2Y7PHNGB8f9t-0" />
        <mxCell id="t_mpoE3g2Y7PHNGB8f9t-1" parent="t_mpoE3g2Y7PHNGB8f9t-0" />
        <mxCell id="t_mpoE3g2Y7PHNGB8f9t-45" connectable="0" parent="t_mpoE3g2Y7PHNGB8f9t-1" style="group" value=" " vertex="1">
          <mxGeometry height="226" width="530" x="130" y="190" as="geometry" />
        </mxCell>
        <mxCell id="t_mpoE3g2Y7PHNGB8f9t-46" parent="t_mpoE3g2Y7PHNGB8f9t-45" style="rounded=1;whiteSpace=wrap;html=1;fillColor=#fad7ac;strokeColor=#b46504;" value="" vertex="1">
          <mxGeometry height="196" width="530" y="30" as="geometry" />
        </mxCell>
        <mxCell id="t_mpoE3g2Y7PHNGB8f9t-47" edge="1" parent="t_mpoE3g2Y7PHNGB8f9t-45" source="t_mpoE3g2Y7PHNGB8f9t-48" style="edgeStyle=orthogonalEdgeStyle;curved=1;rounded=0;orthogonalLoop=1;jettySize=auto;html=1;entryX=1;entryY=0.5;entryDx=0;entryDy=0;" target="t_mpoE3g2Y7PHNGB8f9t-50">
          <mxGeometry relative="1" as="geometry" />
        </mxCell>
        <mxCell id="t_mpoE3g2Y7PHNGB8f9t-48" parent="t_mpoE3g2Y7PHNGB8f9t-45" style="fillColorStyles=neutralFill;neutralFill=#9DA6A8;shape=mxgraph.networks2.icon;aspect=fixed;fillColor=#EDEDED;strokeColor=#000000;gradientColor=#5B6163;network2IconShadow=1;network2bgFillColor=none;labelPosition=center;verticalLabelPosition=bottom;align=center;verticalAlign=top;network2Icon=mxgraph.networks2.printer;network2IconW=1;network2IconH=1.04;" value="Printers" vertex="1">
          <mxGeometry height="104" width="100" x="400" y="70" as="geometry" />
        </mxCell>
        <mxCell id="t_mpoE3g2Y7PHNGB8f9t-49" edge="1" parent="t_mpoE3g2Y7PHNGB8f9t-45" source="t_mpoE3g2Y7PHNGB8f9t-50" style="edgeStyle=orthogonalEdgeStyle;curved=1;rounded=0;orthogonalLoop=1;jettySize=auto;html=1;" target="t_mpoE3g2Y7PHNGB8f9t-51">
          <mxGeometry relative="1" as="geometry" />
        </mxCell>
        <mxCell id="t_mpoE3g2Y7PHNGB8f9t-50" parent="t_mpoE3g2Y7PHNGB8f9t-45" style="shape=process;whiteSpace=wrap;html=1;backgroundOutline=1;" value="&lt;div&gt;Print&lt;/div&gt;&lt;div&gt;Processing&lt;/div&gt;" vertex="1">
          <mxGeometry height="60" width="120" x="200" y="92" as="geometry" />
        </mxCell>
        <mxCell id="t_mpoE3g2Y7PHNGB8f9t-51" parent="t_mpoE3g2Y7PHNGB8f9t-45" style="shape=umlActor;verticalLabelPosition=bottom;verticalAlign=top;html=1;outlineConnect=0;" value="Customer" vertex="1">
          <mxGeometry height="92" width="50" x="50" y="76" as="geometry" />
        </mxCell>
        <mxCell id="t_mpoE3g2Y7PHNGB8f9t-52" parent="t_mpoE3g2Y7PHNGB8f9t-45" style="text;html=1;whiteSpace=wrap;strokeColor=none;fillColor=none;align=center;verticalAlign=middle;rounded=0;" value="&lt;h1&gt;Order Fulfillment&lt;/h1&gt;" vertex="1">
          <mxGeometry height="30" width="220" x="30" as="geometry" />
        </mxCell>
        <mxCell id="4KEBTaY12setShQ0R1dG-2" parent="t_mpoE3g2Y7PHNGB8f9t-1" style="swimlane;whiteSpace=wrap;html=1;fillColor=#cce5ff;strokeColor=#36393d;" value="&lt;font style=&quot;font-size: 17px;&quot;&gt;Server2000&lt;/font&gt;" vertex="1">
          <mxGeometry height="250" width="217" x="200" y="-650" as="geometry" />
        </mxCell>
        <mxCell id="4KEBTaY12setShQ0R1dG-3" parent="4KEBTaY12setShQ0R1dG-2" style="shape=process;whiteSpace=wrap;html=1;backgroundOutline=1;" value="ROES Server" vertex="1">
          <mxGeometry height="40" width="180" x="18.5" y="40" as="geometry" />
        </mxCell>
        <mxCell id="4KEBTaY12setShQ0R1dG-4" parent="4KEBTaY12setShQ0R1dG-2" style="shape=process;whiteSpace=wrap;html=1;backgroundOutline=1;" value="LabWorks" vertex="1">
          <mxGeometry height="40" width="180" x="18.5" y="100" as="geometry" />
        </mxCell>
        <mxCell id="MWR1g91aPMwaxqeQrejx-0" parent="4KEBTaY12setShQ0R1dG-2" style="shape=mxgraph.networks2.icon;aspect=fixed;fillColor=#EDEDED;strokeColor=#000000;gradientColor=#5B6163;network2IconShadow=1;network2bgFillColor=none;labelPosition=center;verticalLabelPosition=bottom;align=center;verticalAlign=top;network2Icon=mxgraph.networks2.data_storage;network2IconW=0.8252;network2IconH=0.9989;" value="LabWorks DB" vertex="1">
          <mxGeometry height="49.945" width="41.260000000000005" x="32" y="160" as="geometry" />
        </mxCell>
        <mxCell id="MWR1g91aPMwaxqeQrejx-1" edge="1" parent="4KEBTaY12setShQ0R1dG-2" source="4KEBTaY12setShQ0R1dG-4" style="edgeStyle=orthogonalEdgeStyle;curved=1;rounded=0;orthogonalLoop=1;jettySize=auto;html=1;entryX=0.491;entryY=0.044;entryDx=0;entryDy=0;entryPerimeter=0;exitX=0.184;exitY=1.014;exitDx=0;exitDy=0;exitPerimeter=0;" target="MWR1g91aPMwaxqeQrejx-0" value=" ">
          <mxGeometry relative="1" as="geometry" />
        </mxCell>
        <mxCell id="MWR1g91aPMwaxqeQrejx-4" parent="4KEBTaY12setShQ0R1dG-2" style="outlineConnect=0;verticalLabelPosition=bottom;verticalAlign=top;align=center;html=1;fontSize=12;aspect=fixed;shape=mxgraph.aws4.folder;fillColor=light-dark(#5B6163,#979C9E);strokeColor=#000000;gradientColor=none;fontFamily=Helvetica;fontColor=default;" value="XMLFileDrop" vertex="1">
          <mxGeometry height="51" width="56.02" x="120" y="160" as="geometry" />
        </mxCell>
        <mxCell id="m8FGLosefOx2cV8Kbhlu-5" edge="1" parent="4KEBTaY12setShQ0R1dG-2" source="MWR1g91aPMwaxqeQrejx-4" style="edgeStyle=orthogonalEdgeStyle;curved=1;rounded=0;orthogonalLoop=1;jettySize=auto;html=1;entryX=0.75;entryY=1;entryDx=0;entryDy=0;" target="4KEBTaY12setShQ0R1dG-4">
          <mxGeometry relative="1" as="geometry">
            <Array as="points">
              <mxPoint x="154" y="170" />
              <mxPoint x="154" y="170" />
            </Array>
          </mxGeometry>
        </mxCell>
        <mxCell id="4KEBTaY12setShQ0R1dG-15" connectable="0" parent="t_mpoE3g2Y7PHNGB8f9t-1" style="group" value="d" vertex="1">
          <mxGeometry height="210" width="215" x="560" y="-640" as="geometry" />
        </mxCell>
        <mxCell id="t_mpoE3g2Y7PHNGB8f9t-64" parent="4KEBTaY12setShQ0R1dG-15" style="rounded=1;whiteSpace=wrap;html=1;fillColor=#b0e3e6;strokeColor=#0e8088;labelPosition=center;verticalLabelPosition=bottom;align=center;verticalAlign=top;" value="&lt;h1&gt;On Prem Intake&lt;/h1&gt;" vertex="1">
          <mxGeometry height="210" width="215" as="geometry" />
        </mxCell>
        <mxCell id="t_mpoE3g2Y7PHNGB8f9t-66" parent="4KEBTaY12setShQ0R1dG-15" style="shape=mxgraph.networks2.icon;aspect=fixed;fillColor=#EDEDED;strokeColor=#000000;gradientColor=#5B6163;network2IconShadow=1;network2bgFillColor=none;labelPosition=right;verticalLabelPosition=middle;align=left;verticalAlign=middle;network2Icon=mxgraph.networks2.pc;network2IconYOffset=-0.0593;network2IconW=0.9999;network2IconH=0.7096;" value="RTP Server" vertex="1">
          <mxGeometry height="60" width="84.55" x="10" y="20" as="geometry" />
        </mxCell>
        <mxCell id="t_mpoE3g2Y7PHNGB8f9t-67" parent="4KEBTaY12setShQ0R1dG-15" style="shape=mxgraph.networks2.icon;aspect=fixed;fillColor=#EDEDED;strokeColor=#000000;gradientColor=#5B6163;network2IconShadow=1;network2bgFillColor=none;labelPosition=right;verticalLabelPosition=middle;align=left;verticalAlign=middle;network2Icon=mxgraph.networks2.data_storage;network2IconW=0.8252;network2IconH=0.9989;" value="Nichols RAID 1&#xa;/&#39;incoming orders&#39;" vertex="1">
          <mxGeometry height="60" width="49.57" x="27.490000000000016" y="130" as="geometry" />
        </mxCell>
        <mxCell id="4KEBTaY12setShQ0R1dG-13" edge="1" parent="4KEBTaY12setShQ0R1dG-15" source="t_mpoE3g2Y7PHNGB8f9t-66" style="edgeStyle=orthogonalEdgeStyle;curved=1;rounded=0;orthogonalLoop=1;jettySize=auto;html=1;entryX=0.511;entryY=0.073;entryDx=0;entryDy=0;entryPerimeter=0;" target="t_mpoE3g2Y7PHNGB8f9t-67">
          <mxGeometry relative="1" as="geometry" />
        </mxCell>
        <mxCell id="m8FGLosefOx2cV8Kbhlu-13" edge="1" parent="t_mpoE3g2Y7PHNGB8f9t-1" source="t_mpoE3g2Y7PHNGB8f9t-67" style="edgeStyle=orthogonalEdgeStyle;curved=1;rounded=0;orthogonalLoop=1;jettySize=auto;html=1;entryX=1;entryY=0.5;entryDx=0;entryDy=0;exitX=0.017;exitY=0.534;exitDx=0;exitDy=0;exitPerimeter=0;" target="4KEBTaY12setShQ0R1dG-3">
          <mxGeometry relative="1" as="geometry">
            <mxPoint x="560" y="-590" as="sourcePoint" />
          </mxGeometry>
        </mxCell>
        <mxCell id="m8FGLosefOx2cV8Kbhlu-15" connectable="0" parent="m8FGLosefOx2cV8Kbhlu-13" style="edgeLabel;html=1;align=center;verticalAlign=middle;resizable=0;points=[];" value="Order Ingestion" vertex="1">
          <mxGeometry relative="1" x="-0.0115" as="geometry">
            <mxPoint as="offset" />
          </mxGeometry>
        </mxCell>
        <mxCell id="t_mpoE3g2Y7PHNGB8f9t-3" parent="t_mpoE3g2Y7PHNGB8f9t-1" style="rounded=1;whiteSpace=wrap;html=1;fillColor=#b1ddf0;strokeColor=#10739e;" value=" " vertex="1">
          <mxGeometry height="287.3170731707317" width="470.00000000000006" x="195.06" y="-1017.3170731707316" as="geometry" />
        </mxCell>
        <mxCell id="t_mpoE3g2Y7PHNGB8f9t-4" parent="t_mpoE3g2Y7PHNGB8f9t-1" style="shape=mxgraph.networks2.icon;aspect=fixed;fillColor=#EDEDED;strokeColor=#000000;gradientColor=#5B6163;network2IconShadow=1;network2bgFillColor=none;labelPosition=center;verticalLabelPosition=middle;align=center;verticalAlign=middle;network2Icon=mxgraph.networks2.cloud;network2IconYOffset=-0.08;network2IconW=1.0004;network2IconH=0.7222;" value="GotPhoto" vertex="1">
          <mxGeometry height="63.96" width="88.6" x="565.06" y="-980" as="geometry" />
        </mxCell>
        <mxCell id="t_mpoE3g2Y7PHNGB8f9t-5" parent="t_mpoE3g2Y7PHNGB8f9t-1" style="fillColorStyles=neutralFill;neutralFill=#9DA6A8;shape=mxgraph.networks2.icon;aspect=fixed;fillColor=#EDEDED;strokeColor=#000000;gradientColor=#5B6163;network2IconShadow=1;network2bgFillColor=none;labelPosition=center;verticalLabelPosition=top;align=center;verticalAlign=bottom;network2Icon=mxgraph.networks2.server;network2IconW=1.0001;network2IconH=0.5812;" value="ROES&#xa;Backend Servers" vertex="1">
          <mxGeometry height="45.29897718332022" width="77.94659716758459" x="421.0556944444445" y="-810.0036585365854" as="geometry" />
        </mxCell>
        <mxCell id="t_mpoE3g2Y7PHNGB8f9t-6" edge="1" parent="t_mpoE3g2Y7PHNGB8f9t-1" source="t_mpoE3g2Y7PHNGB8f9t-9" style="edgeStyle=orthogonalEdgeStyle;curved=1;rounded=0;orthogonalLoop=1;jettySize=auto;html=1;exitX=0.5;exitY=1;exitDx=0;exitDy=0;entryX=-0.005;entryY=0.594;entryDx=0;entryDy=0;entryPerimeter=0;" target="t_mpoE3g2Y7PHNGB8f9t-5">
          <mxGeometry relative="1" as="geometry" />
        </mxCell>
        <mxCell id="t_mpoE3g2Y7PHNGB8f9t-7" parent="t_mpoE3g2Y7PHNGB8f9t-1" style="text;html=1;whiteSpace=wrap;strokeColor=none;fillColor=none;align=left;verticalAlign=middle;rounded=0;" value="&lt;h1&gt;External Order Intake&lt;/h1&gt;" vertex="1">
          <mxGeometry height="22.68" width="407.36" x="227.7" y="-1040" as="geometry" />
        </mxCell>
        <mxCell id="t_mpoE3g2Y7PHNGB8f9t-8" connectable="0" parent="t_mpoE3g2Y7PHNGB8f9t-1" style="group;" value="" vertex="1">
          <mxGeometry height="128.53658536585368" width="235.00000000000003" x="227.6988888888889" y="-1002.1951219512196" as="geometry" />
        </mxCell>
        <mxCell id="t_mpoE3g2Y7PHNGB8f9t-9" parent="t_mpoE3g2Y7PHNGB8f9t-8" style="rounded=0;whiteSpace=wrap;html=1;fillColor=#fad9d5;strokeColor=#ae4132;" value="" vertex="1">
          <mxGeometry height="128.53658536585368" width="235.00000000000003" as="geometry" />
        </mxCell>
        <mxCell id="t_mpoE3g2Y7PHNGB8f9t-10" parent="t_mpoE3g2Y7PHNGB8f9t-8" style="shape=mxgraph.networks2.icon;aspect=fixed;fillColor=#EDEDED;strokeColor=#000000;gradientColor=#5B6163;network2IconShadow=1;network2bgFillColor=none;labelPosition=center;verticalLabelPosition=bottom;align=center;verticalAlign=top;network2Icon=mxgraph.networks2.globe;network2IconW=1;network2IconH=1;" value="" vertex="1">
          <mxGeometry height="29.33648046157881" width="29.33648046157881" x="10.681818181818182" y="8.56910569105691" as="geometry" />
        </mxCell>
        <mxCell id="t_mpoE3g2Y7PHNGB8f9t-11" parent="t_mpoE3g2Y7PHNGB8f9t-8" style="shape=mxgraph.networks2.icon;aspect=fixed;fillColor=#EDEDED;strokeColor=#000000;gradientColor=#5B6163;network2IconShadow=1;network2bgFillColor=none;labelPosition=center;verticalLabelPosition=bottom;align=center;verticalAlign=top;network2Icon=mxgraph.networks2.users;network2IconXOffset=0.0019;network2IconYOffset=-0.0004;network2IconW=1.0353;network2IconH=0.6623;" value="Customer Orders" vertex="1">
          <mxGeometry height="29.33648046157881" width="45.86025308156307" x="42.72727272727273" y="51.41463414634146" as="geometry" />
        </mxCell>
        <mxCell id="t_mpoE3g2Y7PHNGB8f9t-12" parent="t_mpoE3g2Y7PHNGB8f9t-8" style="shape=mxgraph.networks2.icon;aspect=fixed;fillColor=#EDEDED;strokeColor=#000000;gradientColor=#5B6163;network2IconShadow=1;network2bgFillColor=none;labelPosition=center;verticalLabelPosition=bottom;align=center;verticalAlign=top;network2Icon=mxgraph.networks2.lan;network2IconYOffset=0.0558;network2IconW=1.0834;network2IconH=0.7564;" value="Internal Orders" vertex="1">
          <mxGeometry height="32.85685811696826" width="47.0630487804878" x="144.61949300699303" y="49.35804878048783" as="geometry" />
        </mxCell>
        <mxCell id="t_mpoE3g2Y7PHNGB8f9t-13" parent="t_mpoE3g2Y7PHNGB8f9t-8" style="text;html=1;whiteSpace=wrap;strokeColor=none;fillColor=none;align=center;verticalAlign=middle;rounded=0;" value="ROES Web" vertex="1">
          <mxGeometry height="25.70731707317073" width="72.3076923076923" x="81.34615384615385" as="geometry" />
        </mxCell>
        <mxCell id="t_mpoE3g2Y7PHNGB8f9t-14" parent="t_mpoE3g2Y7PHNGB8f9t-1" style="shape=mxgraph.networks2.icon;aspect=fixed;fillColor=#EDEDED;strokeColor=#000000;gradientColor=#5B6163;network2IconShadow=1;network2bgFillColor=none;labelPosition=center;verticalLabelPosition=middle;align=center;verticalAlign=middle;network2Icon=mxgraph.networks2.cloud;network2IconYOffset=-0.08;network2IconW=1.0004;network2IconH=0.7222;" value="HelloDancer" vertex="1">
          <mxGeometry height="70" width="96.96" x="475.06" y="-1010" as="geometry" />
        </mxCell>
        <mxCell id="t_mpoE3g2Y7PHNGB8f9t-54" parent="t_mpoE3g2Y7PHNGB8f9t-1" style="shape=process;whiteSpace=wrap;html=1;backgroundOutline=1;fontSize=9;" value="&lt;div&gt;Open Roes Bridge&lt;/div&gt;&lt;div&gt;(ORB)&lt;/div&gt;" vertex="1">
          <mxGeometry height="30" width="130" x="515.06" y="-873.6600000000001" as="geometry" />
        </mxCell>
        <mxCell id="t_mpoE3g2Y7PHNGB8f9t-55" edge="1" parent="t_mpoE3g2Y7PHNGB8f9t-1" source="t_mpoE3g2Y7PHNGB8f9t-14" style="edgeStyle=orthogonalEdgeStyle;curved=1;rounded=0;orthogonalLoop=1;jettySize=auto;html=1;entryX=0.5;entryY=0;entryDx=0;entryDy=0;" target="t_mpoE3g2Y7PHNGB8f9t-54">
          <mxGeometry relative="1" as="geometry" />
        </mxCell>
        <mxCell id="t_mpoE3g2Y7PHNGB8f9t-56" connectable="0" parent="t_mpoE3g2Y7PHNGB8f9t-55" style="edgeLabel;html=1;align=center;verticalAlign=middle;resizable=0;points=[];" value="XML Files" vertex="1">
          <mxGeometry relative="1" x="-0.1399" y="2" as="geometry">
            <mxPoint as="offset" />
          </mxGeometry>
        </mxCell>
        <mxCell id="t_mpoE3g2Y7PHNGB8f9t-57" edge="1" parent="t_mpoE3g2Y7PHNGB8f9t-1" source="t_mpoE3g2Y7PHNGB8f9t-4" style="edgeStyle=orthogonalEdgeStyle;curved=1;rounded=0;orthogonalLoop=1;jettySize=auto;html=1;entryX=0.5;entryY=0;entryDx=0;entryDy=0;" target="t_mpoE3g2Y7PHNGB8f9t-54">
          <mxGeometry relative="1" as="geometry" />
        </mxCell>
        <mxCell id="t_mpoE3g2Y7PHNGB8f9t-58" connectable="0" parent="t_mpoE3g2Y7PHNGB8f9t-57" style="edgeLabel;html=1;align=center;verticalAlign=middle;resizable=0;points=[];" value="XML Files" vertex="1">
          <mxGeometry relative="1" x="-0.2099" as="geometry">
            <mxPoint x="13" as="offset" />
          </mxGeometry>
        </mxCell>
        <mxCell id="t_mpoE3g2Y7PHNGB8f9t-59" edge="1" parent="t_mpoE3g2Y7PHNGB8f9t-1" source="t_mpoE3g2Y7PHNGB8f9t-54" style="edgeStyle=orthogonalEdgeStyle;curved=1;rounded=0;orthogonalLoop=1;jettySize=auto;html=1;entryX=1.005;entryY=0.545;entryDx=0;entryDy=0;entryPerimeter=0;exitX=0.5;exitY=1;exitDx=0;exitDy=0;" target="t_mpoE3g2Y7PHNGB8f9t-5">
          <mxGeometry relative="1" as="geometry" />
        </mxCell>
        <mxCell id="m8FGLosefOx2cV8Kbhlu-11" edge="1" parent="t_mpoE3g2Y7PHNGB8f9t-1" source="t_mpoE3g2Y7PHNGB8f9t-5" style="edgeStyle=orthogonalEdgeStyle;curved=1;rounded=0;orthogonalLoop=1;jettySize=auto;html=1;entryX=0.419;entryY=0.009;entryDx=0;entryDy=0;entryPerimeter=0;exitX=0.521;exitY=0.991;exitDx=0;exitDy=0;exitPerimeter=0;" target="t_mpoE3g2Y7PHNGB8f9t-66">
          <mxGeometry relative="1" as="geometry" />
        </mxCell>
        <mxCell id="m8FGLosefOx2cV8Kbhlu-12" connectable="0" parent="m8FGLosefOx2cV8Kbhlu-11" style="edgeLabel;html=1;align=center;verticalAlign=middle;resizable=0;points=[];" value=":8081, :8082, :8083" vertex="1">
          <mxGeometry relative="1" x="-0.2615" y="1" as="geometry">
            <mxPoint x="34" y="-2" as="offset" />
          </mxGeometry>
        </mxCell>
        <mxCell id="MWR1g91aPMwaxqeQrejx-2" parent="t_mpoE3g2Y7PHNGB8f9t-1" style="shape=mxgraph.networks2.icon;aspect=fixed;fillColor=#EDEDED;strokeColor=#000000;gradientColor=#5B6163;network2IconShadow=1;network2bgFillColor=none;labelPosition=center;verticalLabelPosition=top;align=center;verticalAlign=bottom;network2Icon=mxgraph.networks2.lan;network2IconYOffset=0.0558;network2IconW=1.0834;network2IconH=0.7564;" value="Lab Machines" vertex="1">
          <mxGeometry height="70" width="100.26" x="46" y="-600" as="geometry" />
        </mxCell>
        <mxCell id="MWR1g91aPMwaxqeQrejx-3" edge="1" parent="t_mpoE3g2Y7PHNGB8f9t-1" source="MWR1g91aPMwaxqeQrejx-0" style="edgeStyle=orthogonalEdgeStyle;curved=1;rounded=0;orthogonalLoop=1;jettySize=auto;html=1;entryX=0.504;entryY=1.052;entryDx=0;entryDy=0;entryPerimeter=0;dashed=1;startArrow=classic;startFill=1;" target="MWR1g91aPMwaxqeQrejx-2">
          <mxGeometry relative="1" as="geometry" />
        </mxCell>
        <mxCell id="MWR1g91aPMwaxqeQrejx-23" connectable="0" parent="t_mpoE3g2Y7PHNGB8f9t-1" style="group" value="" vertex="1">
          <mxGeometry height="500" width="720" x="80" y="-370" as="geometry" />
        </mxCell>
        <mxCell id="t_mpoE3g2Y7PHNGB8f9t-16" parent="MWR1g91aPMwaxqeQrejx-23" style="rounded=1;whiteSpace=wrap;html=1;fillColor=#d0cee2;strokeColor=#56517e;container=0;" value="&amp;nbsp;" vertex="1">
          <mxGeometry height="470" width="720" y="30" as="geometry" />
        </mxCell>
        <mxCell id="t_mpoE3g2Y7PHNGB8f9t-17" edge="1" parent="MWR1g91aPMwaxqeQrejx-23" source="t_mpoE3g2Y7PHNGB8f9t-19" style="edgeStyle=orthogonalEdgeStyle;curved=1;rounded=0;orthogonalLoop=1;jettySize=auto;html=1;entryX=0;entryY=0.5;entryDx=0;entryDy=0;exitX=0.516;exitY=0.991;exitDx=0;exitDy=0;exitPerimeter=0;" target="t_mpoE3g2Y7PHNGB8f9t-30" value=" ">
          <mxGeometry relative="1" as="geometry" />
        </mxCell>
        <mxCell id="t_mpoE3g2Y7PHNGB8f9t-18" connectable="0" parent="t_mpoE3g2Y7PHNGB8f9t-17" style="edgeLabel;html=1;align=center;verticalAlign=middle;resizable=0;points=[];container=0;" value=" " vertex="1">
          <mxGeometry relative="1" x="-0.5108" y="29" as="geometry">
            <mxPoint as="offset" />
          </mxGeometry>
        </mxCell>
        <mxCell id="t_mpoE3g2Y7PHNGB8f9t-19" parent="MWR1g91aPMwaxqeQrejx-23" style="shape=mxgraph.networks2.icon;aspect=fixed;fillColor=#EDEDED;strokeColor=#000000;gradientColor=#5B6163;network2IconShadow=1;network2bgFillColor=none;labelPosition=right;verticalLabelPosition=top;align=left;verticalAlign=bottom;network2Icon=mxgraph.networks2.data_storage;network2IconW=0.8252;network2IconH=0.9989;fontSize=22;container=0;" value="Raid 26" vertex="1">
          <mxGeometry height="100" width="82.61" x="20" y="200" as="geometry" />
        </mxCell>
        <mxCell id="t_mpoE3g2Y7PHNGB8f9t-20" edge="1" parent="MWR1g91aPMwaxqeQrejx-23" source="t_mpoE3g2Y7PHNGB8f9t-22" style="edgeStyle=orthogonalEdgeStyle;curved=1;rounded=0;orthogonalLoop=1;jettySize=auto;html=1;entryX=1;entryY=0.5;entryDx=0;entryDy=0;" target="t_mpoE3g2Y7PHNGB8f9t-28">
          <mxGeometry relative="1" as="geometry" />
        </mxCell>
        <mxCell id="t_mpoE3g2Y7PHNGB8f9t-21" connectable="0" parent="t_mpoE3g2Y7PHNGB8f9t-20" style="edgeLabel;html=1;align=center;verticalAlign=middle;resizable=0;points=[];container=0;" value="Render Requests" vertex="1">
          <mxGeometry relative="1" x="0.4996" y="2" as="geometry">
            <mxPoint x="26" y="-2" as="offset" />
          </mxGeometry>
        </mxCell>
        <mxCell id="t_mpoE3g2Y7PHNGB8f9t-22" parent="MWR1g91aPMwaxqeQrejx-23" style="shape=mxgraph.networks2.icon;aspect=fixed;fillColor=#EDEDED;strokeColor=#000000;gradientColor=#5B6163;network2IconShadow=1;network2bgFillColor=none;labelPosition=center;verticalLabelPosition=bottom;align=center;verticalAlign=top;network2Icon=mxgraph.networks2.lan;network2IconYOffset=0.0558;network2IconW=1.0834;network2IconH=0.7564;container=0;" value="Lab Machines" vertex="1">
          <mxGeometry height="70" width="100.26" x="570" y="330" as="geometry" />
        </mxCell>
        <mxCell id="t_mpoE3g2Y7PHNGB8f9t-24" parent="MWR1g91aPMwaxqeQrejx-23" style="swimlane;whiteSpace=wrap;html=1;align=center;fontSize=17;container=0;fillColor=#bac8d3;strokeColor=#23445d;" value="&lt;div align=&quot;center&quot;&gt;Repri&lt;/div&gt;" vertex="1">
          <mxGeometry height="290" width="230" x="210" y="160" as="geometry">
            <mxRectangle height="30" width="140" x="105.12" y="1050" as="alternateBounds" />
          </mxGeometry>
        </mxCell>
        <mxCell id="t_mpoE3g2Y7PHNGB8f9t-35" edge="1" parent="MWR1g91aPMwaxqeQrejx-23" source="t_mpoE3g2Y7PHNGB8f9t-27" style="edgeStyle=orthogonalEdgeStyle;curved=1;rounded=0;orthogonalLoop=1;jettySize=auto;html=1;entryX=1.01;entryY=0.206;entryDx=0;entryDy=0;entryPerimeter=0;" target="t_mpoE3g2Y7PHNGB8f9t-19">
          <mxGeometry relative="1" as="geometry" />
        </mxCell>
        <mxCell id="t_mpoE3g2Y7PHNGB8f9t-36" connectable="0" parent="t_mpoE3g2Y7PHNGB8f9t-35" style="edgeLabel;html=1;align=center;verticalAlign=middle;resizable=0;points=[];container=0;" value="Order Images" vertex="1">
          <mxGeometry relative="1" x="0.0556" as="geometry">
            <mxPoint as="offset" />
          </mxGeometry>
        </mxCell>
        <mxCell id="t_mpoE3g2Y7PHNGB8f9t-37" edge="1" parent="MWR1g91aPMwaxqeQrejx-23" source="t_mpoE3g2Y7PHNGB8f9t-28" style="edgeStyle=orthogonalEdgeStyle;curved=1;rounded=0;orthogonalLoop=1;jettySize=auto;html=1;entryX=1.007;entryY=0.553;entryDx=0;entryDy=0;entryPerimeter=0;" target="t_mpoE3g2Y7PHNGB8f9t-19">
          <mxGeometry relative="1" as="geometry" />
        </mxCell>
        <mxCell id="t_mpoE3g2Y7PHNGB8f9t-38" connectable="0" parent="t_mpoE3g2Y7PHNGB8f9t-37" style="edgeLabel;html=1;align=center;verticalAlign=middle;resizable=0;points=[];container=0;" value="Rendered&lt;br&gt;Images" vertex="1">
          <mxGeometry relative="1" x="0.1933" y="5" as="geometry">
            <mxPoint as="offset" />
          </mxGeometry>
        </mxCell>
        <mxCell id="t_mpoE3g2Y7PHNGB8f9t-39" edge="1" parent="MWR1g91aPMwaxqeQrejx-23" source="t_mpoE3g2Y7PHNGB8f9t-22" style="edgeStyle=orthogonalEdgeStyle;curved=1;rounded=0;orthogonalLoop=1;jettySize=auto;html=1;entryX=1.01;entryY=0.65;entryDx=0;entryDy=0;entryPerimeter=0;" target="t_mpoE3g2Y7PHNGB8f9t-30">
          <mxGeometry relative="1" as="geometry" />
        </mxCell>
        <mxCell id="t_mpoE3g2Y7PHNGB8f9t-40" connectable="0" parent="t_mpoE3g2Y7PHNGB8f9t-39" style="edgeLabel;html=1;align=center;verticalAlign=middle;resizable=0;points=[];container=0;" value="Print Requests" vertex="1">
          <mxGeometry relative="1" x="0.4408" y="-6" as="geometry">
            <mxPoint x="15" as="offset" />
          </mxGeometry>
        </mxCell>
        <mxCell id="t_mpoE3g2Y7PHNGB8f9t-41" parent="MWR1g91aPMwaxqeQrejx-23" style="text;html=1;whiteSpace=wrap;strokeColor=none;fillColor=none;align=center;verticalAlign=middle;rounded=0;container=0;" value="&lt;h1&gt;Order Processing&lt;/h1&gt;" vertex="1">
          <mxGeometry height="30" width="320" x="160" as="geometry" />
        </mxCell>
        <mxCell id="ej8yV0abxdzNFxYCPatA-4" edge="1" parent="MWR1g91aPMwaxqeQrejx-23" source="t_mpoE3g2Y7PHNGB8f9t-27" style="edgeStyle=orthogonalEdgeStyle;curved=1;rounded=0;orthogonalLoop=1;jettySize=auto;html=1;entryX=0.998;entryY=0.625;entryDx=0;entryDy=0;entryPerimeter=0;exitX=0.932;exitY=0.012;exitDx=0;exitDy=0;exitPerimeter=0;" target="t_mpoE3g2Y7PHNGB8f9t-23">
          <mxGeometry relative="1" as="geometry">
            <Array as="points">
              <mxPoint x="410" y="211" />
              <mxPoint x="410" y="88" />
            </Array>
          </mxGeometry>
        </mxCell>
        <mxCell id="ej8yV0abxdzNFxYCPatA-6" connectable="0" parent="ej8yV0abxdzNFxYCPatA-4" style="edgeLabel;html=1;align=center;verticalAlign=middle;resizable=0;points=[];container=0;" value="Image&lt;br&gt;Requests" vertex="1">
          <mxGeometry relative="1" x="0.0454" y="4" as="geometry">
            <mxPoint x="4" y="-3" as="offset" />
          </mxGeometry>
        </mxCell>
        <mxCell id="ej8yV0abxdzNFxYCPatA-5" edge="1" parent="MWR1g91aPMwaxqeQrejx-23" source="t_mpoE3g2Y7PHNGB8f9t-23" style="edgeStyle=orthogonalEdgeStyle;curved=1;rounded=0;orthogonalLoop=1;jettySize=auto;html=1;entryX=0.05;entryY=0.071;entryDx=0;entryDy=0;entryPerimeter=0;exitX=0.001;exitY=0.675;exitDx=0;exitDy=0;exitPerimeter=0;" target="t_mpoE3g2Y7PHNGB8f9t-27">
          <mxGeometry relative="1" as="geometry" />
        </mxCell>
        <mxCell id="ej8yV0abxdzNFxYCPatA-7" connectable="0" parent="ej8yV0abxdzNFxYCPatA-5" style="edgeLabel;html=1;align=center;verticalAlign=middle;resizable=0;points=[];container=0;" value="&lt;div&gt;Order&lt;/div&gt;&lt;div&gt;Images&lt;/div&gt;" vertex="1">
          <mxGeometry relative="1" x="-0.2267" y="-1" as="geometry">
            <mxPoint y="14" as="offset" />
          </mxGeometry>
        </mxCell>
        <mxCell id="t_mpoE3g2Y7PHNGB8f9t-30" parent="MWR1g91aPMwaxqeQrejx-23" style="shape=process;whiteSpace=wrap;html=1;backgroundOutline=1;container=0;" value="Printer Workflows" vertex="1">
          <mxGeometry height="40" width="190.12" x="229.94" y="390" as="geometry" />
        </mxCell>
        <mxCell id="t_mpoE3g2Y7PHNGB8f9t-28" parent="MWR1g91aPMwaxqeQrejx-23" style="shape=process;whiteSpace=wrap;html=1;backgroundOutline=1;container=0;" value="Render Workflows" vertex="1">
          <mxGeometry height="40" width="190.12" x="229.94" y="330" as="geometry" />
        </mxCell>
        <mxCell id="t_mpoE3g2Y7PHNGB8f9t-29" parent="MWR1g91aPMwaxqeQrejx-23" style="shape=process;whiteSpace=wrap;html=1;backgroundOutline=1;container=0;" value="Labworks Report Generator" vertex="1">
          <mxGeometry height="40" width="190.12" x="229.94" y="270" as="geometry" />
        </mxCell>
        <mxCell id="t_mpoE3g2Y7PHNGB8f9t-27" parent="MWR1g91aPMwaxqeQrejx-23" style="shape=process;whiteSpace=wrap;html=1;backgroundOutline=1;container=0;" value="Image Retreival" vertex="1">
          <mxGeometry height="40" width="190.12" x="229.94" y="210" as="geometry" />
        </mxCell>
        <mxCell id="t_mpoE3g2Y7PHNGB8f9t-26" edge="1" parent="MWR1g91aPMwaxqeQrejx-23" source="t_mpoE3g2Y7PHNGB8f9t-27" style="edgeStyle=orthogonalEdgeStyle;curved=1;rounded=0;orthogonalLoop=1;jettySize=auto;html=1;entryX=0.5;entryY=0;entryDx=0;entryDy=0;" target="t_mpoE3g2Y7PHNGB8f9t-29">
          <mxGeometry relative="1" as="geometry" />
        </mxCell>
        <mxCell id="t_mpoE3g2Y7PHNGB8f9t-25" parent="MWR1g91aPMwaxqeQrejx-23" style="shape=mxgraph.networks2.icon;aspect=fixed;fillColor=#EDEDED;strokeColor=#000000;gradientColor=#5B6163;network2IconShadow=1;network2bgFillColor=none;labelPosition=center;verticalLabelPosition=bottom;align=center;verticalAlign=top;network2Icon=mxgraph.networks2.pc;network2IconYOffset=-0.0593;network2IconW=0.9999;network2IconH=0.7096;container=0;" value=" " vertex="1">
          <mxGeometry height="17.03" width="24" x="410" y="163" as="geometry" />
        </mxCell>
        <mxCell id="t_mpoE3g2Y7PHNGB8f9t-23" parent="MWR1g91aPMwaxqeQrejx-23" style="shape=mxgraph.networks2.icon;aspect=fixed;fillColor=#EDEDED;strokeColor=#000000;gradientColor=#5B6163;network2IconShadow=1;network2bgFillColor=none;labelPosition=center;verticalLabelPosition=bottom;align=center;verticalAlign=top;network2Icon=mxgraph.networks2.cloud;network2IconYOffset=-0.08;network2IconW=1.0004;network2IconH=0.7222;container=0;" value="AWS" vertex="1">
          <mxGeometry height="81.35" width="112.68" x="268.66" y="36.72000000000003" as="geometry" />
        </mxCell>
        <mxCell id="ej8yV0abxdzNFxYCPatA-1" parent="MWR1g91aPMwaxqeQrejx-23" style="sketch=0;outlineConnect=0;fontColor=#232F3E;gradientColor=none;fillColor=#7AA116;strokeColor=none;dashed=0;verticalLabelPosition=bottom;verticalAlign=top;align=center;html=1;fontSize=12;fontStyle=0;aspect=fixed;pointerEvents=1;shape=mxgraph.aws4.bucket;container=0;" value="" vertex="1">
          <mxGeometry height="28" width="26.92" x="276.54" y="80" as="geometry" />
        </mxCell>
        <mxCell id="ej8yV0abxdzNFxYCPatA-2" parent="MWR1g91aPMwaxqeQrejx-23" style="sketch=0;outlineConnect=0;fontColor=#232F3E;gradientColor=none;fillColor=#7AA116;strokeColor=none;dashed=0;verticalLabelPosition=bottom;verticalAlign=top;align=center;html=1;fontSize=12;fontStyle=0;aspect=fixed;pointerEvents=1;shape=mxgraph.aws4.bucket;container=0;" value="" vertex="1">
          <mxGeometry height="28" width="26.92" x="309.42" y="80" as="geometry" />
        </mxCell>
        <mxCell id="ej8yV0abxdzNFxYCPatA-3" parent="MWR1g91aPMwaxqeQrejx-23" style="sketch=0;outlineConnect=0;fontColor=#232F3E;gradientColor=none;fillColor=#7AA116;strokeColor=none;dashed=0;verticalLabelPosition=bottom;verticalAlign=top;align=center;html=1;fontSize=12;fontStyle=0;aspect=fixed;pointerEvents=1;shape=mxgraph.aws4.bucket;container=0;" value="" vertex="1">
          <mxGeometry height="28" width="26.92" x="343" y="80" as="geometry" />
        </mxCell>
-         <mxCell id="MWR1g91aPMwaxqeQrejx-24" edge="1" parent="MWR1g91aPMwaxqeQrejx-23" source="MWR1g91aPMwaxqeQrejx-22" style="edgeStyle=orthogonalEdgeStyle;curved=1;rounded=0;orthogonalLoop=1;jettySize=auto;html=1;exitX=0.486;exitY=0.992;exitDx=0;exitDy=0;exitPerimeter=0;dashed=1;" value="Workflow Files">
+         <mxCell id="MWR1g91aPMwaxqeQrejx-24" edge="1" parent="MWR1g91aPMwaxqeQrejx-23" source="MWR1g91aPMwaxqeQrejx-22" style="edgeStyle=orthogonalEdgeStyle;curved=1;rounded=0;orthogonalLoop=1;jettySize=auto;html=1;exitX=0.486;exitY=0.992;exitDx=0;exitDy=0;exitPerimeter=0;dashed=1;startArrow=none;startFill=0;" value="Static workflow files">
          <mxGeometry relative="1" x="-0.3564" y="-30" as="geometry">
            <mxPoint as="offset" />
            <Array as="points">
              <mxPoint x="560" y="290" />
              <mxPoint x="450" y="290" />
              <mxPoint x="450" y="350" />
            </Array>
            <mxPoint x="420" y="350" as="targetPoint" />
          </mxGeometry>
        </mxCell>
-         <mxCell id="MWR1g91aPMwaxqeQrejx-22" parent="MWR1g91aPMwaxqeQrejx-23" style="shape=mxgraph.networks2.icon;aspect=fixed;fillColor=#EDEDED;strokeColor=#000000;gradientColor=#5B6163;network2IconShadow=1;network2bgFillColor=none;labelPosition=right;verticalLabelPosition=middle;align=left;verticalAlign=middle;network2Icon=mxgraph.networks2.data_storage;network2IconW=0.8252;network2IconH=0.9989;" value="Nichols RAID 1&#xa;/&#39;incoming orders&#39;" vertex="1">
+         <mxCell id="MWR1g91aPMwaxqeQrejx-22" parent="MWR1g91aPMwaxqeQrejx-23" style="shape=mxgraph.networks2.icon;aspect=fixed;fillColor=#EDEDED;strokeColor=#000000;gradientColor=#5B6163;network2IconShadow=1;network2bgFillColor=none;labelPosition=right;verticalLabelPosition=middle;align=left;verticalAlign=middle;network2Icon=mxgraph.networks2.data_storage;network2IconW=0.8252;network2IconH=0.9989;" value="Nichols RAID 1" vertex="1">
          <mxGeometry height="60" width="49.57" x="535.49" y="120.03" as="geometry" />
        </mxCell>
        <mxCell id="t_mpoE3g2Y7PHNGB8f9t-53" edge="1" parent="t_mpoE3g2Y7PHNGB8f9t-1" source="t_mpoE3g2Y7PHNGB8f9t-30" style="edgeStyle=orthogonalEdgeStyle;curved=1;rounded=0;orthogonalLoop=1;jettySize=auto;html=1;entryX=0.507;entryY=-0.018;entryDx=0;entryDy=0;entryPerimeter=0;exitX=0.5;exitY=1;exitDx=0;exitDy=0;" target="t_mpoE3g2Y7PHNGB8f9t-48">
          <mxGeometry relative="1" as="geometry" />
        </mxCell>
        <mxCell id="WI7ohOasRddmj9VSAYny-0" connectable="0" parent="t_mpoE3g2Y7PHNGB8f9t-53" style="edgeLabel;html=1;align=center;verticalAlign=middle;resizable=0;points=[];container=0;" value="Print Jobs" vertex="1">
          <mxGeometry relative="1" x="-0.0949" y="-1" as="geometry">
            <mxPoint x="-1" as="offset" />
          </mxGeometry>
        </mxCell>
        <mxCell id="4KEBTaY12setShQ0R1dG-17" edge="1" parent="t_mpoE3g2Y7PHNGB8f9t-1" source="4KEBTaY12setShQ0R1dG-3" style="edgeStyle=orthogonalEdgeStyle;curved=1;rounded=0;orthogonalLoop=1;jettySize=auto;html=1;entryX=0.478;entryY=0.004;entryDx=0;entryDy=0;entryPerimeter=0;" target="t_mpoE3g2Y7PHNGB8f9t-19">
          <mxGeometry relative="1" as="geometry" />
        </mxCell>
        <mxCell id="m8FGLosefOx2cV8Kbhlu-1" connectable="0" parent="4KEBTaY12setShQ0R1dG-17" style="edgeLabel;html=1;align=center;verticalAlign=middle;resizable=0;points=[];" value="Order .RO files" vertex="1">
          <mxGeometry relative="1" x="-0.0432" y="46" as="geometry">
            <mxPoint x="-15" y="40" as="offset" />
          </mxGeometry>
        </mxCell>
        <mxCell id="m8FGLosefOx2cV8Kbhlu-6" edge="1" parent="t_mpoE3g2Y7PHNGB8f9t-1" source="t_mpoE3g2Y7PHNGB8f9t-29" style="edgeStyle=orthogonalEdgeStyle;curved=1;rounded=0;orthogonalLoop=1;jettySize=auto;html=1;exitX=1;exitY=0.5;exitDx=0;exitDy=0;" target="MWR1g91aPMwaxqeQrejx-4">
          <mxGeometry relative="1" as="geometry">
            <Array as="points">
              <mxPoint x="500" y="-90" />
              <mxPoint x="570" y="-90" />
              <mxPoint x="570" y="-463" />
            </Array>
          </mxGeometry>
        </mxCell>
        <mxCell id="m8FGLosefOx2cV8Kbhlu-8" connectable="0" parent="m8FGLosefOx2cV8Kbhlu-6" style="edgeLabel;html=1;align=center;verticalAlign=middle;resizable=0;points=[];container=0;" value="&lt;div&gt;Order XML&lt;/div&gt;&lt;div&gt;Files&lt;/div&gt;" vertex="1">
          <mxGeometry relative="1" x="-0.0012" y="1" as="geometry">
            <mxPoint as="offset" />
          </mxGeometry>
        </mxCell>
      </root>
    </mxGraphModel>
  </diagram>
  <diagram id="r_ZJeCL6YchzZtUCJ4Ck" name="Lifecycle Swimlane">
    <mxGraphModel dx="1438" dy="839" grid="1" gridSize="10" guides="1" tooltips="1" connect="1" arrows="1" fold="1" page="1" pageScale="1" pageWidth="850" pageHeight="1100" math="0" shadow="0">
      <root>
        <mxCell id="0" />
        <mxCell id="1" parent="0" />
        <mxCell id="T4Uma_Gl5So71yVu4-01-1" parent="1" style="swimlane;html=1;childLayout=stackLayout;resizeParent=1;resizeParentMax=0;startSize=20;whiteSpace=wrap;fillColor=#eeeeee;strokeColor=#36393d;" value="Order Lifecycle" vertex="1">
          <mxGeometry height="560" width="1060" x="40" y="40" as="geometry">
            <mxRectangle height="30" width="60" x="40" y="40" as="alternateBounds" />
          </mxGeometry>
        </mxCell>
        <mxCell id="T4Uma_Gl5So71yVu4-01-2" parent="T4Uma_Gl5So71yVu4-01-1" style="swimlane;html=1;startSize=20;fillColor=#fad9d5;strokeColor=#ae4132;" value="Cloud" vertex="1">
          <mxGeometry height="540" width="160" y="20" as="geometry" />
        </mxCell>
        <mxCell id="T4Uma_Gl5So71yVu4-01-9" parent="T4Uma_Gl5So71yVu4-01-2" style="shape=document;whiteSpace=wrap;html=1;boundedLbl=1;fillColor=#fad7ac;strokeColor=#b46504;" value="Customer Order" vertex="1">
          <mxGeometry height="80" width="120" x="20" y="60" as="geometry" />
        </mxCell>
        <mxCell id="T4Uma_Gl5So71yVu4-01-12" parent="T4Uma_Gl5So71yVu4-01-2" style="shape=document;whiteSpace=wrap;html=1;boundedLbl=1;fillColor=#fad7ac;strokeColor=#b46504;" value="Internal Order" vertex="1">
          <mxGeometry height="80" width="120" x="20" y="180" as="geometry" />
        </mxCell>
        <mxCell id="T4Uma_Gl5So71yVu4-01-36" parent="T4Uma_Gl5So71yVu4-01-2" style="ellipse;shape=cloud;whiteSpace=wrap;html=1;fillColor=#fad7ac;strokeColor=#b46504;" value="3RD party client orders" vertex="1">
          <mxGeometry height="80" width="120" x="20" y="300" as="geometry" />
        </mxCell>
        <mxCell id="T4Uma_Gl5So71yVu4-01-3" parent="T4Uma_Gl5So71yVu4-01-1" style="swimlane;html=1;startSize=20;fillColor=#fad7ac;strokeColor=#b46504;" value="ROES" vertex="1">
          <mxGeometry height="540" width="210" x="160" y="20" as="geometry" />
        </mxCell>
        <mxCell id="T4Uma_Gl5So71yVu4-01-10" parent="T4Uma_Gl5So71yVu4-01-3" style="shape=document;whiteSpace=wrap;html=1;boundedLbl=1;fillColor=#fad7ac;strokeColor=#b46504;" value="Order + Product Data" vertex="1">
          <mxGeometry height="80" width="120" x="45" y="60" as="geometry" />
        </mxCell>
        <mxCell id="T4Uma_Gl5So71yVu4-01-30" parent="T4Uma_Gl5So71yVu4-01-3" style="ellipse;shape=cloud;whiteSpace=wrap;html=1;fillColor=#b0e3e6;strokeColor=#0e8088;" value="AWS Buckets" vertex="1">
          <mxGeometry height="80" width="120" x="70" y="300" as="geometry" />
        </mxCell>
        <mxCell id="T4Uma_Gl5So71yVu4-01-31" edge="1" parent="T4Uma_Gl5So71yVu4-01-3" source="T4Uma_Gl5So71yVu4-01-10" style="edgeStyle=orthogonalEdgeStyle;curved=1;rounded=0;orthogonalLoop=1;jettySize=auto;html=1;entryX=0.4;entryY=0.1;entryDx=0;entryDy=0;entryPerimeter=0;exitX=0.967;exitY=0.875;exitDx=0;exitDy=0;exitPerimeter=0;" target="T4Uma_Gl5So71yVu4-01-30">
          <mxGeometry relative="1" as="geometry" />
        </mxCell>
        <mxCell id="T4Uma_Gl5So71yVu4-01-4" parent="T4Uma_Gl5So71yVu4-01-1" style="swimlane;html=1;startSize=20;fillColor=#b0e3e6;strokeColor=#0e8088;" value="RAID 1" vertex="1">
          <mxGeometry height="540" width="150" x="370" y="20" as="geometry" />
        </mxCell>
        <mxCell id="T4Uma_Gl5So71yVu4-01-14" parent="T4Uma_Gl5So71yVu4-01-4" style="shape=cylinder3;whiteSpace=wrap;html=1;boundedLbl=1;backgroundOutline=1;size=15;fillColor=#b0e3e6;strokeColor=#0e8088;" value="/`incoming orders" vertex="1">
          <mxGeometry height="80" width="60" x="45" y="50" as="geometry" />
        </mxCell>
        <mxCell id="T4Uma_Gl5So71yVu4-01-38" parent="T4Uma_Gl5So71yVu4-01-4" style="shape=cylinder3;whiteSpace=wrap;html=1;boundedLbl=1;backgroundOutline=1;size=15;fillColor=#b1ddf0;strokeColor=#10739e;" value="Permanent Workflow Files" vertex="1">
          <mxGeometry height="80" width="60" x="45" y="180" as="geometry" />
        </mxCell>
        <mxCell id="T4Uma_Gl5So71yVu4-01-6" parent="T4Uma_Gl5So71yVu4-01-1" style="swimlane;startSize=20;whiteSpace=wrap;html=1;fillColor=#b1ddf0;strokeColor=#10739e;" value="Server2000" vertex="1">
          <mxGeometry height="540" width="150" x="520" y="20" as="geometry" />
        </mxCell>
        <mxCell id="T4Uma_Gl5So71yVu4-01-16" parent="T4Uma_Gl5So71yVu4-01-6" style="shape=process;whiteSpace=wrap;html=1;backgroundOutline=1;fillColor=#d0cee2;strokeColor=#56517e;" value="Order Intake" vertex="1">
          <mxGeometry height="60" width="120" x="15" y="60" as="geometry" />
        </mxCell>
        <mxCell id="T4Uma_Gl5So71yVu4-01-27" parent="T4Uma_Gl5So71yVu4-01-6" style="shape=internalStorage;whiteSpace=wrap;html=1;backgroundOutline=1;fillColor=#bac8d3;strokeColor=#23445d;" value="Labworks" vertex="1">
          <mxGeometry height="80" width="80" x="35" y="440" as="geometry" />
        </mxCell>
        <mxCell id="T4Uma_Gl5So71yVu4-01-7" parent="T4Uma_Gl5So71yVu4-01-1" style="swimlane;startSize=20;whiteSpace=wrap;html=1;fillColor=#d0cee2;strokeColor=#56517e;" value="RAID 26" vertex="1">
          <mxGeometry height="540" width="200" x="670" y="20" as="geometry" />
        </mxCell>
        <mxCell id="T4Uma_Gl5So71yVu4-01-17" parent="T4Uma_Gl5So71yVu4-01-7" style="shape=document;whiteSpace=wrap;html=1;boundedLbl=1;fillColor=#fad7ac;strokeColor=#b46504;" value="Order .RO files" vertex="1">
          <mxGeometry height="80" width="120" x="40" y="60" as="geometry" />
        </mxCell>
        <mxCell id="T4Uma_Gl5So71yVu4-01-22" parent="T4Uma_Gl5So71yVu4-01-7" style="shape=document;whiteSpace=wrap;html=1;boundedLbl=1;fillColor=#fad7ac;strokeColor=#b46504;" value="Order Images" vertex="1">
          <mxGeometry height="80" width="120" x="50" y="170" as="geometry" />
        </mxCell>
        <mxCell id="T4Uma_Gl5So71yVu4-01-8" parent="T4Uma_Gl5So71yVu4-01-1" style="swimlane;startSize=20;whiteSpace=wrap;html=1;fillColor=#bac8d3;strokeColor=#23445d;" value="Repri" vertex="1">
          <mxGeometry height="540" width="190" x="870" y="20" as="geometry" />
        </mxCell>
        <mxCell id="T4Uma_Gl5So71yVu4-01-29" edge="1" parent="T4Uma_Gl5So71yVu4-01-8" source="T4Uma_Gl5So71yVu4-01-20" style="edgeStyle=orthogonalEdgeStyle;curved=1;rounded=0;orthogonalLoop=1;jettySize=auto;html=1;entryX=1;entryY=0.5;entryDx=0;entryDy=0;exitX=0.883;exitY=0.967;exitDx=0;exitDy=0;exitPerimeter=0;" target="T4Uma_Gl5So71yVu4-01-26">
          <mxGeometry relative="1" as="geometry" />
        </mxCell>
        <mxCell id="T4Uma_Gl5So71yVu4-01-20" parent="T4Uma_Gl5So71yVu4-01-8" style="shape=process;whiteSpace=wrap;html=1;backgroundOutline=1;fillColor=#fad9d5;strokeColor=#ae4132;" value="Image Retreival" vertex="1">
          <mxGeometry height="60" width="120" x="60" y="100" as="geometry" />
        </mxCell>
        <mxCell id="T4Uma_Gl5So71yVu4-01-24" parent="T4Uma_Gl5So71yVu4-01-8" style="shape=process;whiteSpace=wrap;html=1;backgroundOutline=1;fillColor=#fad9d5;strokeColor=#ae4132;" value="Order Rendering" vertex="1">
          <mxGeometry height="60" width="120" x="20" y="340" as="geometry" />
        </mxCell>
        <mxCell id="T4Uma_Gl5So71yVu4-01-26" parent="T4Uma_Gl5So71yVu4-01-8" style="shape=process;whiteSpace=wrap;html=1;backgroundOutline=1;fillColor=#fad9d5;strokeColor=#ae4132;" value="LabWorks XML generator" vertex="1">
          <mxGeometry height="60" width="120" x="20" y="450" as="geometry" />
        </mxCell>
        <mxCell id="T4Uma_Gl5So71yVu4-01-53" edge="1" parent="T4Uma_Gl5So71yVu4-01-8" source="T4Uma_Gl5So71yVu4-01-52" style="edgeStyle=orthogonalEdgeStyle;curved=1;rounded=0;orthogonalLoop=1;jettySize=auto;html=1;" target="T4Uma_Gl5So71yVu4-01-24">
          <mxGeometry relative="1" as="geometry" />
        </mxCell>
        <mxCell id="T4Uma_Gl5So71yVu4-01-52" parent="T4Uma_Gl5So71yVu4-01-8" style="shape=cylinder3;whiteSpace=wrap;html=1;boundedLbl=1;backgroundOutline=1;size=15;fillColor=#b1ddf0;strokeColor=#10739e;" value="Product Templates" vertex="1">
          <mxGeometry height="80" width="60" x="50" y="230" as="geometry" />
        </mxCell>
        <mxCell id="T4Uma_Gl5So71yVu4-01-11" edge="1" parent="T4Uma_Gl5So71yVu4-01-1" source="T4Uma_Gl5So71yVu4-01-9" style="edgeStyle=orthogonalEdgeStyle;rounded=0;orthogonalLoop=1;jettySize=auto;html=1;entryX=0;entryY=0.5;entryDx=0;entryDy=0;curved=1;" target="T4Uma_Gl5So71yVu4-01-10">
          <mxGeometry relative="1" as="geometry" />
        </mxCell>
        <mxCell id="T4Uma_Gl5So71yVu4-01-13" edge="1" parent="T4Uma_Gl5So71yVu4-01-1" source="T4Uma_Gl5So71yVu4-01-12" style="edgeStyle=orthogonalEdgeStyle;curved=1;rounded=0;orthogonalLoop=1;jettySize=auto;html=1;" target="T4Uma_Gl5So71yVu4-01-10">
          <mxGeometry relative="1" as="geometry" />
        </mxCell>
        <mxCell id="T4Uma_Gl5So71yVu4-01-15" edge="1" parent="T4Uma_Gl5So71yVu4-01-1" source="T4Uma_Gl5So71yVu4-01-10" style="edgeStyle=orthogonalEdgeStyle;curved=1;rounded=0;orthogonalLoop=1;jettySize=auto;html=1;entryX=0;entryY=0.588;entryDx=0;entryDy=0;entryPerimeter=0;" target="T4Uma_Gl5So71yVu4-01-14" value="RTP">
          <mxGeometry relative="1" as="geometry" />
        </mxCell>
        <mxCell id="T4Uma_Gl5So71yVu4-01-18" edge="1" parent="T4Uma_Gl5So71yVu4-01-1" source="T4Uma_Gl5So71yVu4-01-14" style="edgeStyle=orthogonalEdgeStyle;curved=1;rounded=0;orthogonalLoop=1;jettySize=auto;html=1;entryX=0;entryY=0.5;entryDx=0;entryDy=0;exitX=1;exitY=0.5;exitDx=0;exitDy=0;exitPerimeter=0;" target="T4Uma_Gl5So71yVu4-01-16">
          <mxGeometry relative="1" as="geometry" />
        </mxCell>
        <mxCell id="T4Uma_Gl5So71yVu4-01-19" edge="1" parent="T4Uma_Gl5So71yVu4-01-1" source="T4Uma_Gl5So71yVu4-01-16" style="edgeStyle=orthogonalEdgeStyle;curved=1;rounded=0;orthogonalLoop=1;jettySize=auto;html=1;exitX=1;exitY=0.5;exitDx=0;exitDy=0;entryX=0;entryY=0.5;entryDx=0;entryDy=0;" target="T4Uma_Gl5So71yVu4-01-17">
          <mxGeometry relative="1" as="geometry" />
        </mxCell>
        <mxCell id="T4Uma_Gl5So71yVu4-01-21" edge="1" parent="T4Uma_Gl5So71yVu4-01-1" source="T4Uma_Gl5So71yVu4-01-17" style="edgeStyle=orthogonalEdgeStyle;curved=1;rounded=0;orthogonalLoop=1;jettySize=auto;html=1;entryX=0.5;entryY=0;entryDx=0;entryDy=0;" target="T4Uma_Gl5So71yVu4-01-20">
          <mxGeometry relative="1" as="geometry" />
        </mxCell>
        <mxCell id="T4Uma_Gl5So71yVu4-01-23" edge="1" parent="T4Uma_Gl5So71yVu4-01-1" source="T4Uma_Gl5So71yVu4-01-20" style="edgeStyle=orthogonalEdgeStyle;curved=1;rounded=0;orthogonalLoop=1;jettySize=auto;html=1;entryX=1;entryY=0.5;entryDx=0;entryDy=0;exitX=0.5;exitY=1;exitDx=0;exitDy=0;" target="T4Uma_Gl5So71yVu4-01-22">
          <mxGeometry relative="1" as="geometry" />
        </mxCell>
        <mxCell id="T4Uma_Gl5So71yVu4-01-25" edge="1" parent="T4Uma_Gl5So71yVu4-01-1" source="T4Uma_Gl5So71yVu4-01-22" style="edgeStyle=orthogonalEdgeStyle;curved=1;rounded=0;orthogonalLoop=1;jettySize=auto;html=1;entryX=0;entryY=0.5;entryDx=0;entryDy=0;exitX=0.246;exitY=1.002;exitDx=0;exitDy=0;exitPerimeter=0;" target="T4Uma_Gl5So71yVu4-01-24">
          <mxGeometry relative="1" as="geometry" />
        </mxCell>
        <mxCell id="T4Uma_Gl5So71yVu4-01-28" edge="1" parent="T4Uma_Gl5So71yVu4-01-1" source="T4Uma_Gl5So71yVu4-01-26" style="edgeStyle=orthogonalEdgeStyle;curved=1;rounded=0;orthogonalLoop=1;jettySize=auto;html=1;entryX=1;entryY=0.5;entryDx=0;entryDy=0;" target="T4Uma_Gl5So71yVu4-01-27">
          <mxGeometry relative="1" as="geometry" />
        </mxCell>
        <mxCell id="T4Uma_Gl5So71yVu4-01-32" edge="1" parent="T4Uma_Gl5So71yVu4-01-1" source="T4Uma_Gl5So71yVu4-01-30" style="edgeStyle=orthogonalEdgeStyle;curved=1;rounded=0;orthogonalLoop=1;jettySize=auto;html=1;entryX=0;entryY=0.5;entryDx=0;entryDy=0;dashed=1;" target="T4Uma_Gl5So71yVu4-01-20">
          <mxGeometry relative="1" as="geometry" />
        </mxCell>
        <mxCell id="T4Uma_Gl5So71yVu4-01-37" edge="1" parent="T4Uma_Gl5So71yVu4-01-1" source="T4Uma_Gl5So71yVu4-01-36" style="edgeStyle=orthogonalEdgeStyle;curved=1;rounded=0;orthogonalLoop=1;jettySize=auto;html=1;" target="T4Uma_Gl5So71yVu4-01-10">
          <mxGeometry relative="1" as="geometry" />
        </mxCell>
        <mxCell id="T4Uma_Gl5So71yVu4-01-41" connectable="0" parent="T4Uma_Gl5So71yVu4-01-37" style="edgeLabel;html=1;align=center;verticalAlign=middle;resizable=0;points=[];" value="ORB" vertex="1">
          <mxGeometry relative="1" x="0.0892" y="27" as="geometry">
            <mxPoint as="offset" />
          </mxGeometry>
        </mxCell>
        <mxCell id="T4Uma_Gl5So71yVu4-01-39" edge="1" parent="T4Uma_Gl5So71yVu4-01-1" source="T4Uma_Gl5So71yVu4-01-38" style="edgeStyle=orthogonalEdgeStyle;curved=1;rounded=0;orthogonalLoop=1;jettySize=auto;html=1;entryX=0;entryY=0.5;entryDx=0;entryDy=0;dashed=1;" target="T4Uma_Gl5So71yVu4-01-24">
          <mxGeometry relative="1" as="geometry">
            <Array as="points">
              <mxPoint x="670" y="240" />
              <mxPoint x="670" y="390" />
            </Array>
          </mxGeometry>
        </mxCell>
        <mxCell id="T4Uma_Gl5So71yVu4-01-34" parent="1" style="fillColorStyles=neutralFill;neutralFill=#9DA6A8;shape=mxgraph.networks2.icon;aspect=fixed;fillColor=#EDEDED;strokeColor=#000000;gradientColor=#5B6163;network2IconShadow=1;network2bgFillColor=none;labelPosition=center;verticalLabelPosition=bottom;align=center;verticalAlign=top;network2Icon=mxgraph.networks2.printer;network2IconW=1;network2IconH=1.04;" value="Order Fulfillment" vertex="1">
          <mxGeometry height="80" width="76.92" x="1171.54" y="500" as="geometry" />
        </mxCell>
        <mxCell id="T4Uma_Gl5So71yVu4-01-35" edge="1" parent="1" source="T4Uma_Gl5So71yVu4-01-24" style="edgeStyle=orthogonalEdgeStyle;curved=1;rounded=0;orthogonalLoop=1;jettySize=auto;html=1;entryX=0;entryY=0.5;entryDx=0;entryDy=0;entryPerimeter=0;" target="T4Uma_Gl5So71yVu4-01-34">
          <mxGeometry relative="1" as="geometry" />
        </mxCell>
        <mxCell id="T4Uma_Gl5So71yVu4-01-42" parent="1" style="swimlane;fontStyle=0;childLayout=stackLayout;horizontal=1;startSize=30;horizontalStack=0;resizeParent=1;resizeParentMax=0;resizeLast=0;collapsible=1;marginBottom=0;whiteSpace=wrap;html=1;" value="Color Key" vertex="1">
          <mxGeometry height="380" width="140" x="1140" y="40" as="geometry" />
        </mxCell>
        <mxCell id="T4Uma_Gl5So71yVu4-01-49" parent="T4Uma_Gl5So71yVu4-01-42" style="verticalLabelPosition=middle;verticalAlign=middle;html=1;shadow=0;dashed=0;strokeWidth=1;strokeColor=#b46504;shape=rect;fillColor=#fad7ac;labelPosition=center;align=center;" value="Order File" vertex="1">
          <mxGeometry height="50" width="140" y="30" as="geometry" />
        </mxCell>
        <mxCell id="T4Uma_Gl5So71yVu4-01-51" parent="T4Uma_Gl5So71yVu4-01-42" style="verticalLabelPosition=middle;verticalAlign=middle;html=1;shadow=0;dashed=0;strokeWidth=1;strokeColor=#10739e;shape=rect;fillColor=#b1ddf0;labelPosition=center;align=center;" value="Static File" vertex="1">
          <mxGeometry height="50" width="140" y="80" as="geometry" />
        </mxCell>
        <mxCell id="T4Uma_Gl5So71yVu4-01-50" parent="T4Uma_Gl5So71yVu4-01-42" style="verticalLabelPosition=middle;verticalAlign=middle;html=1;shadow=0;dashed=0;strokeWidth=1;strokeColor=#56517e;shape=rect;fillColor=#d0cee2;labelPosition=center;align=center;" value="&lt;div&gt;ROES automated&amp;nbsp;&lt;/div&gt;&lt;div&gt;process&lt;/div&gt;" vertex="1">
          <mxGeometry height="50" width="140" y="130" as="geometry" />
        </mxCell>
        <mxCell id="T4Uma_Gl5So71yVu4-01-46" parent="T4Uma_Gl5So71yVu4-01-42" style="verticalLabelPosition=middle;verticalAlign=middle;html=1;shadow=0;dashed=0;strokeWidth=1;strokeColor=#0e8088;shape=rect;fillColor=#b0e3e6;labelPosition=center;align=center;" value="Storage Location" vertex="1">
          <mxGeometry height="50" width="140" y="180" as="geometry" />
        </mxCell>
        <mxCell id="T4Uma_Gl5So71yVu4-01-48" parent="T4Uma_Gl5So71yVu4-01-42" style="verticalLabelPosition=middle;verticalAlign=middle;html=1;shadow=0;dashed=0;strokeWidth=1;strokeColor=#ae4132;shape=rect;fillColor=#fad9d5;labelPosition=center;align=center;" value="ROES Workflow" vertex="1">
          <mxGeometry height="50" width="140" y="230" as="geometry" />
        </mxCell>
        <mxCell id="T4Uma_Gl5So71yVu4-01-54" parent="T4Uma_Gl5So71yVu4-01-42" style="verticalLabelPosition=middle;verticalAlign=middle;html=1;shadow=0;dashed=0;strokeWidth=1;strokeColor=#23445d;shape=rect;fillColor=#bac8d3;labelPosition=center;align=center;" value="Software" vertex="1">
          <mxGeometry height="50" width="140" y="280" as="geometry" />
        </mxCell>
        <mxCell id="T4Uma_Gl5So71yVu4-01-62" connectable="0" parent="T4Uma_Gl5So71yVu4-01-42" style="group" value="" vertex="1">
          <mxGeometry height="50" width="140" y="330" as="geometry" />
        </mxCell>
        <mxCell id="T4Uma_Gl5So71yVu4-01-55" parent="T4Uma_Gl5So71yVu4-01-62" style="rounded=0;whiteSpace=wrap;html=1;" value=" " vertex="1">
          <mxGeometry height="50" width="140" as="geometry" />
        </mxCell>
        <mxCell id="T4Uma_Gl5So71yVu4-01-56" edge="1" parent="T4Uma_Gl5So71yVu4-01-62" style="endArrow=classic;html=1;rounded=0;curved=1;" value="">
          <mxGeometry height="50" relative="1" width="50" as="geometry">
            <mxPoint x="15.555555555555555" y="33.333333333333336" as="sourcePoint" />
            <mxPoint x="124.44444444444444" y="33.333333333333336" as="targetPoint" />
          </mxGeometry>
        </mxCell>
        <mxCell id="T4Uma_Gl5So71yVu4-01-57" parent="T4Uma_Gl5So71yVu4-01-62" style="text;html=1;whiteSpace=wrap;strokeColor=none;fillColor=none;align=center;verticalAlign=middle;rounded=0;" value="Handoff" vertex="1">
          <mxGeometry height="25" width="101.11111111111111" x="15.555555555555555" y="8.333333333333334" as="geometry" />
        </mxCell>
        <mxCell id="T4Uma_Gl5So71yVu4-01-69" connectable="0" parent="1" style="group" value="" vertex="1">
          <mxGeometry height="50" width="140" x="1140" y="420" as="geometry" />
        </mxCell>
        <mxCell id="T4Uma_Gl5So71yVu4-01-64" parent="T4Uma_Gl5So71yVu4-01-69" style="rounded=0;whiteSpace=wrap;html=1;container=0;" value=" " vertex="1">
          <mxGeometry height="50" width="140" as="geometry" />
        </mxCell>
        <mxCell id="T4Uma_Gl5So71yVu4-01-65" edge="1" parent="T4Uma_Gl5So71yVu4-01-69" style="endArrow=classic;html=1;rounded=0;curved=1;dashed=1;" value="">
          <mxGeometry height="50" relative="1" width="50" as="geometry">
            <mxPoint x="15.555555555555657" y="33.333333333333314" as="sourcePoint" />
            <mxPoint x="124.44444444444434" y="33.333333333333314" as="targetPoint" />
          </mxGeometry>
        </mxCell>
        <mxCell id="T4Uma_Gl5So71yVu4-01-66" parent="T4Uma_Gl5So71yVu4-01-69" style="text;html=1;whiteSpace=wrap;strokeColor=none;fillColor=none;align=center;verticalAlign=middle;rounded=0;container=0;" value="File Provide" vertex="1">
          <mxGeometry height="25" width="101.11111111111111" x="19.44555555555553" y="10.00333333333333" as="geometry" />
        </mxCell>
      </root>
    </mxGraphModel>
  </diagram>
</mxfile>
